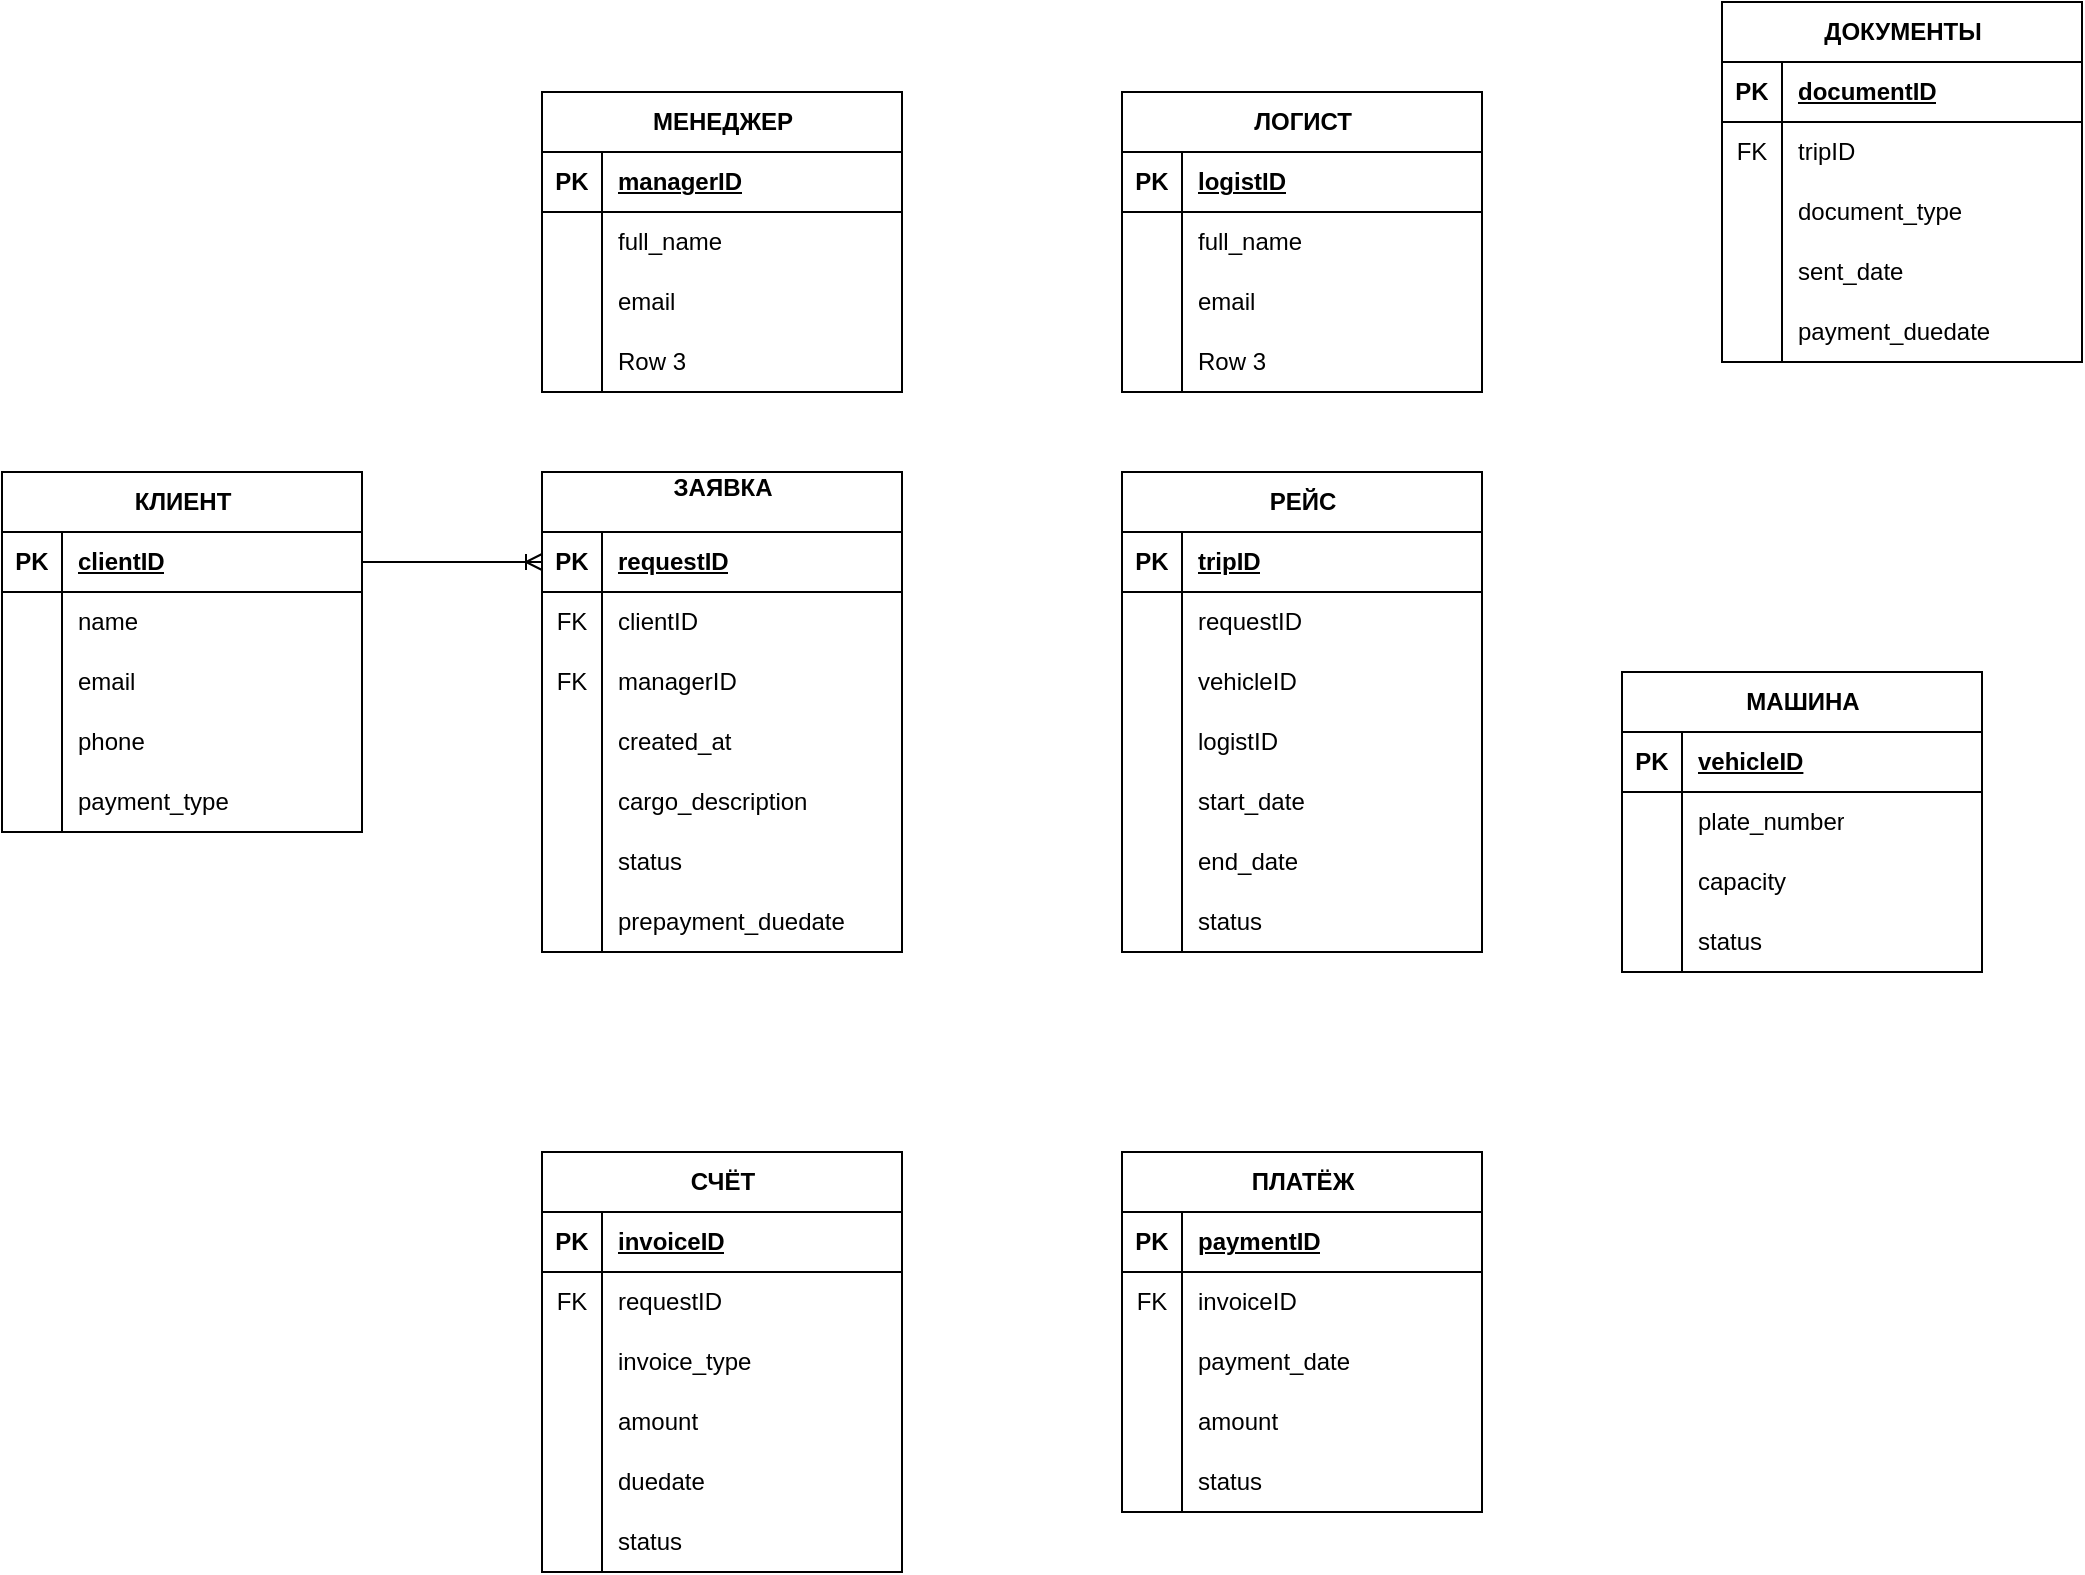
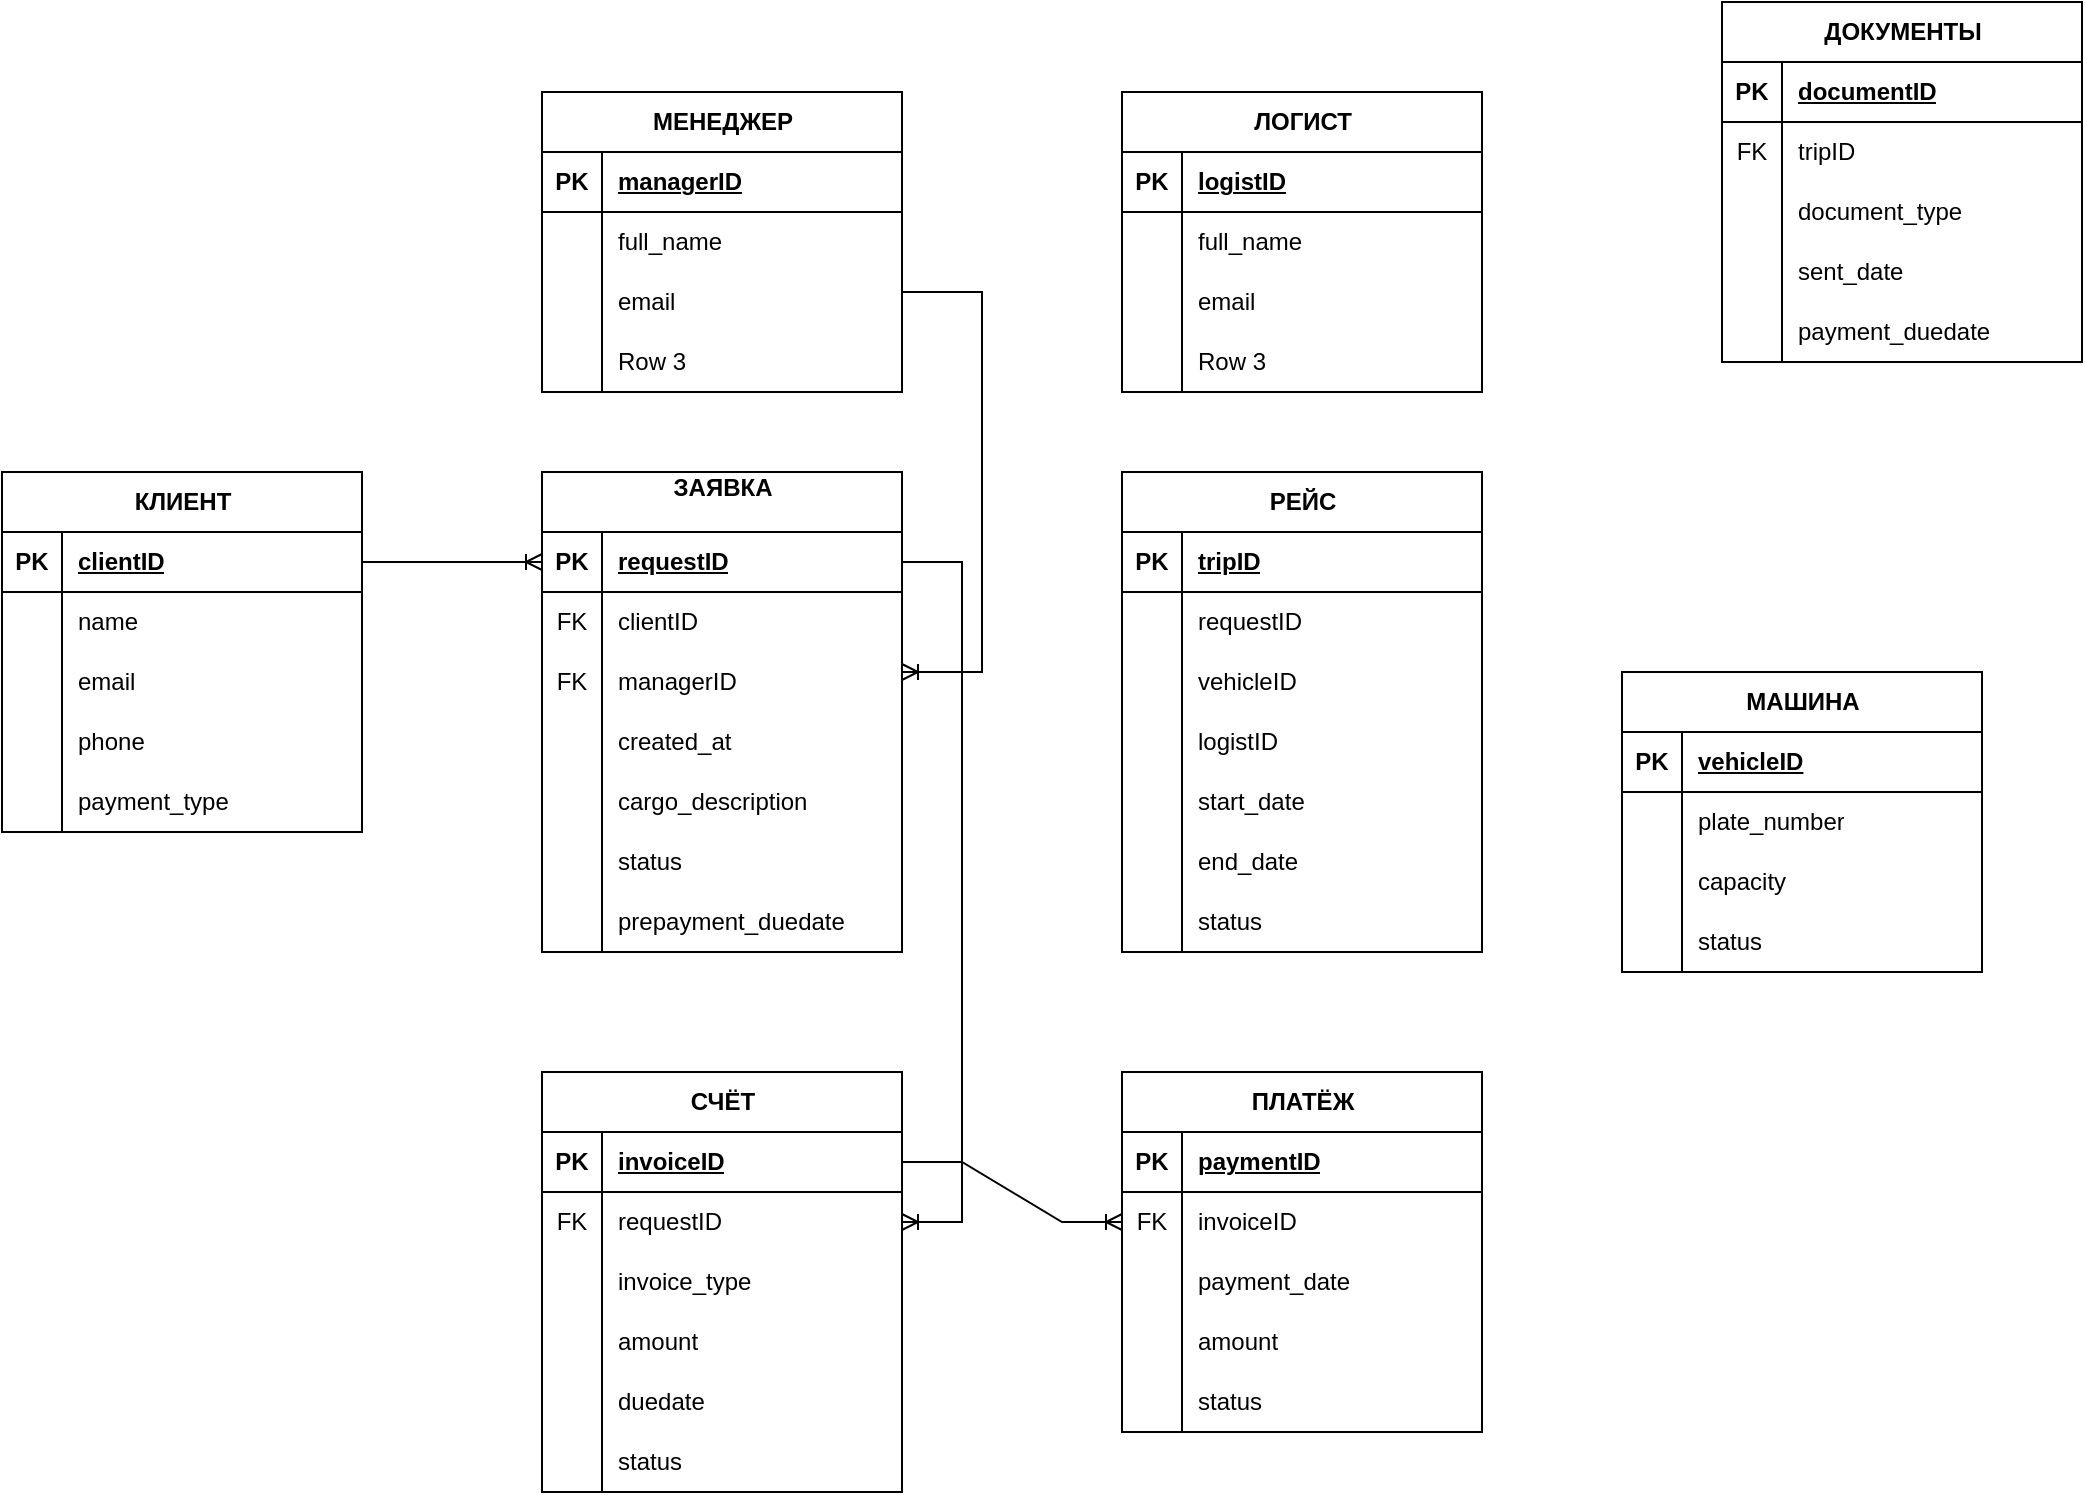
<mxfile host="app.diagrams.net" agent="5.0 (Macintosh; Intel Mac OS X 10_14_6) AppleWebKit/537.36 (KHTML, like Gecko) Chrome/83.0.4103.116 Safari/537.36">
  <diagram id="R2lEEEUBdFMjLlhIrx00" name="Page-1">
    <mxGraphModel dx="1781" dy="855" grid="1" gridSize="10" guides="1" tooltips="1" connect="1" arrows="1" fold="1" page="1" pageScale="1" pageWidth="850" pageHeight="1100" math="0" shadow="0" extFonts="Permanent Marker^https://fonts.googleapis.com/css?family=Permanent+Marker">
      <root>
        <mxCell id="0" />
        <mxCell id="1" parent="0" />
        <mxCell id="OnuUYCShp_7tIGQlhjLA-103" parent="1" style="shape=table;startSize=30;container=1;collapsible=1;childLayout=tableLayout;fixedRows=1;rowLines=0;fontStyle=1;align=center;resizeLast=1;html=1;" value="КЛИЕНТ" vertex="1">
          <mxGeometry height="180" width="180" x="130" y="380" as="geometry" />
        </mxCell>
        <mxCell id="OnuUYCShp_7tIGQlhjLA-104" parent="OnuUYCShp_7tIGQlhjLA-103" style="shape=tableRow;horizontal=0;startSize=0;swimlaneHead=0;swimlaneBody=0;fillColor=none;collapsible=0;dropTarget=0;points=[[0,0.5],[1,0.5]];portConstraint=eastwest;top=0;left=0;right=0;bottom=1;" value="" vertex="1">
          <mxGeometry height="30" width="180" y="30" as="geometry" />
        </mxCell>
        <mxCell id="OnuUYCShp_7tIGQlhjLA-105" parent="OnuUYCShp_7tIGQlhjLA-104" style="shape=partialRectangle;connectable=0;fillColor=none;top=0;left=0;bottom=0;right=0;fontStyle=1;overflow=hidden;whiteSpace=wrap;html=1;" value="PK" vertex="1">
          <mxGeometry height="30" width="30" as="geometry">
            <mxRectangle height="30" width="30" as="alternateBounds" />
          </mxGeometry>
        </mxCell>
        <mxCell id="OnuUYCShp_7tIGQlhjLA-106" parent="OnuUYCShp_7tIGQlhjLA-104" style="shape=partialRectangle;connectable=0;fillColor=none;top=0;left=0;bottom=0;right=0;align=left;spacingLeft=6;fontStyle=5;overflow=hidden;whiteSpace=wrap;html=1;" value="clientID" vertex="1">
          <mxGeometry height="30" width="150" x="30" as="geometry">
            <mxRectangle height="30" width="150" as="alternateBounds" />
          </mxGeometry>
        </mxCell>
        <mxCell id="OnuUYCShp_7tIGQlhjLA-107" parent="OnuUYCShp_7tIGQlhjLA-103" style="shape=tableRow;horizontal=0;startSize=0;swimlaneHead=0;swimlaneBody=0;fillColor=none;collapsible=0;dropTarget=0;points=[[0,0.5],[1,0.5]];portConstraint=eastwest;top=0;left=0;right=0;bottom=0;" value="" vertex="1">
          <mxGeometry height="30" width="180" y="60" as="geometry" />
        </mxCell>
        <mxCell id="OnuUYCShp_7tIGQlhjLA-108" parent="OnuUYCShp_7tIGQlhjLA-107" style="shape=partialRectangle;connectable=0;fillColor=none;top=0;left=0;bottom=0;right=0;editable=1;overflow=hidden;whiteSpace=wrap;html=1;" value="" vertex="1">
          <mxGeometry height="30" width="30" as="geometry">
            <mxRectangle height="30" width="30" as="alternateBounds" />
          </mxGeometry>
        </mxCell>
        <mxCell id="OnuUYCShp_7tIGQlhjLA-109" parent="OnuUYCShp_7tIGQlhjLA-107" style="shape=partialRectangle;connectable=0;fillColor=none;top=0;left=0;bottom=0;right=0;align=left;spacingLeft=6;overflow=hidden;whiteSpace=wrap;html=1;" value="name" vertex="1">
          <mxGeometry height="30" width="150" x="30" as="geometry">
            <mxRectangle height="30" width="150" as="alternateBounds" />
          </mxGeometry>
        </mxCell>
        <mxCell id="OnuUYCShp_7tIGQlhjLA-110" parent="OnuUYCShp_7tIGQlhjLA-103" style="shape=tableRow;horizontal=0;startSize=0;swimlaneHead=0;swimlaneBody=0;fillColor=none;collapsible=0;dropTarget=0;points=[[0,0.5],[1,0.5]];portConstraint=eastwest;top=0;left=0;right=0;bottom=0;" value="" vertex="1">
          <mxGeometry height="30" width="180" y="90" as="geometry" />
        </mxCell>
        <mxCell id="OnuUYCShp_7tIGQlhjLA-111" parent="OnuUYCShp_7tIGQlhjLA-110" style="shape=partialRectangle;connectable=0;fillColor=none;top=0;left=0;bottom=0;right=0;editable=1;overflow=hidden;whiteSpace=wrap;html=1;" value="" vertex="1">
          <mxGeometry height="30" width="30" as="geometry">
            <mxRectangle height="30" width="30" as="alternateBounds" />
          </mxGeometry>
        </mxCell>
        <mxCell id="OnuUYCShp_7tIGQlhjLA-112" parent="OnuUYCShp_7tIGQlhjLA-110" style="shape=partialRectangle;connectable=0;fillColor=none;top=0;left=0;bottom=0;right=0;align=left;spacingLeft=6;overflow=hidden;whiteSpace=wrap;html=1;" value="email" vertex="1">
          <mxGeometry height="30" width="150" x="30" as="geometry">
            <mxRectangle height="30" width="150" as="alternateBounds" />
          </mxGeometry>
        </mxCell>
        <mxCell id="OnuUYCShp_7tIGQlhjLA-113" parent="OnuUYCShp_7tIGQlhjLA-103" style="shape=tableRow;horizontal=0;startSize=0;swimlaneHead=0;swimlaneBody=0;fillColor=none;collapsible=0;dropTarget=0;points=[[0,0.5],[1,0.5]];portConstraint=eastwest;top=0;left=0;right=0;bottom=0;" value="" vertex="1">
          <mxGeometry height="30" width="180" y="120" as="geometry" />
        </mxCell>
        <mxCell id="OnuUYCShp_7tIGQlhjLA-114" parent="OnuUYCShp_7tIGQlhjLA-113" style="shape=partialRectangle;connectable=0;fillColor=none;top=0;left=0;bottom=0;right=0;editable=1;overflow=hidden;whiteSpace=wrap;html=1;" value="" vertex="1">
          <mxGeometry height="30" width="30" as="geometry">
            <mxRectangle height="30" width="30" as="alternateBounds" />
          </mxGeometry>
        </mxCell>
        <mxCell id="OnuUYCShp_7tIGQlhjLA-115" parent="OnuUYCShp_7tIGQlhjLA-113" style="shape=partialRectangle;connectable=0;fillColor=none;top=0;left=0;bottom=0;right=0;align=left;spacingLeft=6;overflow=hidden;whiteSpace=wrap;html=1;" value="phone" vertex="1">
          <mxGeometry height="30" width="150" x="30" as="geometry">
            <mxRectangle height="30" width="150" as="alternateBounds" />
          </mxGeometry>
        </mxCell>
        <mxCell id="OnuUYCShp_7tIGQlhjLA-211" parent="OnuUYCShp_7tIGQlhjLA-103" style="shape=tableRow;horizontal=0;startSize=0;swimlaneHead=0;swimlaneBody=0;fillColor=none;collapsible=0;dropTarget=0;points=[[0,0.5],[1,0.5]];portConstraint=eastwest;top=0;left=0;right=0;bottom=0;" value="" vertex="1">
          <mxGeometry height="30" width="180" y="150" as="geometry" />
        </mxCell>
        <mxCell id="OnuUYCShp_7tIGQlhjLA-212" parent="OnuUYCShp_7tIGQlhjLA-211" style="shape=partialRectangle;connectable=0;fillColor=none;top=0;left=0;bottom=0;right=0;editable=1;overflow=hidden;whiteSpace=wrap;html=1;" value="" vertex="1">
          <mxGeometry height="30" width="30" as="geometry">
            <mxRectangle height="30" width="30" as="alternateBounds" />
          </mxGeometry>
        </mxCell>
        <mxCell id="OnuUYCShp_7tIGQlhjLA-213" parent="OnuUYCShp_7tIGQlhjLA-211" style="shape=partialRectangle;connectable=0;fillColor=none;top=0;left=0;bottom=0;right=0;align=left;spacingLeft=6;overflow=hidden;whiteSpace=wrap;html=1;" value="payment_type" vertex="1">
          <mxGeometry height="30" width="150" x="30" as="geometry">
            <mxRectangle height="30" width="150" as="alternateBounds" />
          </mxGeometry>
        </mxCell>
        <mxCell id="OnuUYCShp_7tIGQlhjLA-116" parent="1" style="shape=table;startSize=30;container=1;collapsible=1;childLayout=tableLayout;fixedRows=1;rowLines=0;fontStyle=1;align=center;resizeLast=1;html=1;" value="ЗАЯВКА&lt;div&gt;&lt;br&gt;&lt;/div&gt;" vertex="1">
          <mxGeometry height="240" width="180" x="400" y="380" as="geometry" />
        </mxCell>
        <mxCell id="OnuUYCShp_7tIGQlhjLA-117" parent="OnuUYCShp_7tIGQlhjLA-116" style="shape=tableRow;horizontal=0;startSize=0;swimlaneHead=0;swimlaneBody=0;fillColor=none;collapsible=0;dropTarget=0;points=[[0,0.5],[1,0.5]];portConstraint=eastwest;top=0;left=0;right=0;bottom=1;" value="" vertex="1">
          <mxGeometry height="30" width="180" y="30" as="geometry" />
        </mxCell>
        <mxCell id="OnuUYCShp_7tIGQlhjLA-118" parent="OnuUYCShp_7tIGQlhjLA-117" style="shape=partialRectangle;connectable=0;fillColor=none;top=0;left=0;bottom=0;right=0;fontStyle=1;overflow=hidden;whiteSpace=wrap;html=1;" value="PK" vertex="1">
          <mxGeometry height="30" width="30" as="geometry">
            <mxRectangle height="30" width="30" as="alternateBounds" />
          </mxGeometry>
        </mxCell>
        <mxCell id="OnuUYCShp_7tIGQlhjLA-119" parent="OnuUYCShp_7tIGQlhjLA-117" style="shape=partialRectangle;connectable=0;fillColor=none;top=0;left=0;bottom=0;right=0;align=left;spacingLeft=6;fontStyle=5;overflow=hidden;whiteSpace=wrap;html=1;" value="requestID" vertex="1">
          <mxGeometry height="30" width="150" x="30" as="geometry">
            <mxRectangle height="30" width="150" as="alternateBounds" />
          </mxGeometry>
        </mxCell>
        <mxCell id="OnuUYCShp_7tIGQlhjLA-120" parent="OnuUYCShp_7tIGQlhjLA-116" style="shape=tableRow;horizontal=0;startSize=0;swimlaneHead=0;swimlaneBody=0;fillColor=none;collapsible=0;dropTarget=0;points=[[0,0.5],[1,0.5]];portConstraint=eastwest;top=0;left=0;right=0;bottom=0;" value="" vertex="1">
          <mxGeometry height="30" width="180" y="60" as="geometry" />
        </mxCell>
        <mxCell id="OnuUYCShp_7tIGQlhjLA-121" parent="OnuUYCShp_7tIGQlhjLA-120" style="shape=partialRectangle;connectable=0;fillColor=none;top=0;left=0;bottom=0;right=0;editable=1;overflow=hidden;whiteSpace=wrap;html=1;" value="FK" vertex="1">
          <mxGeometry height="30" width="30" as="geometry">
            <mxRectangle height="30" width="30" as="alternateBounds" />
          </mxGeometry>
        </mxCell>
        <mxCell id="OnuUYCShp_7tIGQlhjLA-122" parent="OnuUYCShp_7tIGQlhjLA-120" style="shape=partialRectangle;connectable=0;fillColor=none;top=0;left=0;bottom=0;right=0;align=left;spacingLeft=6;overflow=hidden;whiteSpace=wrap;html=1;" value="clientID" vertex="1">
          <mxGeometry height="30" width="150" x="30" as="geometry">
            <mxRectangle height="30" width="150" as="alternateBounds" />
          </mxGeometry>
        </mxCell>
        <mxCell id="OnuUYCShp_7tIGQlhjLA-123" parent="OnuUYCShp_7tIGQlhjLA-116" style="shape=tableRow;horizontal=0;startSize=0;swimlaneHead=0;swimlaneBody=0;fillColor=none;collapsible=0;dropTarget=0;points=[[0,0.5],[1,0.5]];portConstraint=eastwest;top=0;left=0;right=0;bottom=0;" value="" vertex="1">
          <mxGeometry height="30" width="180" y="90" as="geometry" />
        </mxCell>
        <mxCell id="OnuUYCShp_7tIGQlhjLA-124" parent="OnuUYCShp_7tIGQlhjLA-123" style="shape=partialRectangle;connectable=0;fillColor=none;top=0;left=0;bottom=0;right=0;editable=1;overflow=hidden;whiteSpace=wrap;html=1;" value="FK" vertex="1">
          <mxGeometry height="30" width="30" as="geometry">
            <mxRectangle height="30" width="30" as="alternateBounds" />
          </mxGeometry>
        </mxCell>
        <mxCell id="OnuUYCShp_7tIGQlhjLA-125" parent="OnuUYCShp_7tIGQlhjLA-123" style="shape=partialRectangle;connectable=0;fillColor=none;top=0;left=0;bottom=0;right=0;align=left;spacingLeft=6;overflow=hidden;whiteSpace=wrap;html=1;" value="managerID" vertex="1">
          <mxGeometry height="30" width="150" x="30" as="geometry">
            <mxRectangle height="30" width="150" as="alternateBounds" />
          </mxGeometry>
        </mxCell>
        <mxCell id="OnuUYCShp_7tIGQlhjLA-126" parent="OnuUYCShp_7tIGQlhjLA-116" style="shape=tableRow;horizontal=0;startSize=0;swimlaneHead=0;swimlaneBody=0;fillColor=none;collapsible=0;dropTarget=0;points=[[0,0.5],[1,0.5]];portConstraint=eastwest;top=0;left=0;right=0;bottom=0;" value="" vertex="1">
          <mxGeometry height="30" width="180" y="120" as="geometry" />
        </mxCell>
        <mxCell id="OnuUYCShp_7tIGQlhjLA-127" parent="OnuUYCShp_7tIGQlhjLA-126" style="shape=partialRectangle;connectable=0;fillColor=none;top=0;left=0;bottom=0;right=0;editable=1;overflow=hidden;whiteSpace=wrap;html=1;" value="" vertex="1">
          <mxGeometry height="30" width="30" as="geometry">
            <mxRectangle height="30" width="30" as="alternateBounds" />
          </mxGeometry>
        </mxCell>
        <mxCell id="OnuUYCShp_7tIGQlhjLA-128" parent="OnuUYCShp_7tIGQlhjLA-126" style="shape=partialRectangle;connectable=0;fillColor=none;top=0;left=0;bottom=0;right=0;align=left;spacingLeft=6;overflow=hidden;whiteSpace=wrap;html=1;" value="created_at" vertex="1">
          <mxGeometry height="30" width="150" x="30" as="geometry">
            <mxRectangle height="30" width="150" as="alternateBounds" />
          </mxGeometry>
        </mxCell>
        <mxCell id="OnuUYCShp_7tIGQlhjLA-227" parent="OnuUYCShp_7tIGQlhjLA-116" style="shape=tableRow;horizontal=0;startSize=0;swimlaneHead=0;swimlaneBody=0;fillColor=none;collapsible=0;dropTarget=0;points=[[0,0.5],[1,0.5]];portConstraint=eastwest;top=0;left=0;right=0;bottom=0;" value="" vertex="1">
          <mxGeometry height="30" width="180" y="150" as="geometry" />
        </mxCell>
        <mxCell id="OnuUYCShp_7tIGQlhjLA-228" parent="OnuUYCShp_7tIGQlhjLA-227" style="shape=partialRectangle;connectable=0;fillColor=none;top=0;left=0;bottom=0;right=0;editable=1;overflow=hidden;whiteSpace=wrap;html=1;" value="" vertex="1">
          <mxGeometry height="30" width="30" as="geometry">
            <mxRectangle height="30" width="30" as="alternateBounds" />
          </mxGeometry>
        </mxCell>
        <mxCell id="OnuUYCShp_7tIGQlhjLA-229" parent="OnuUYCShp_7tIGQlhjLA-227" style="shape=partialRectangle;connectable=0;fillColor=none;top=0;left=0;bottom=0;right=0;align=left;spacingLeft=6;overflow=hidden;whiteSpace=wrap;html=1;" value="cargo_description" vertex="1">
          <mxGeometry height="30" width="150" x="30" as="geometry">
            <mxRectangle height="30" width="150" as="alternateBounds" />
          </mxGeometry>
        </mxCell>
        <mxCell id="OnuUYCShp_7tIGQlhjLA-230" parent="OnuUYCShp_7tIGQlhjLA-116" style="shape=tableRow;horizontal=0;startSize=0;swimlaneHead=0;swimlaneBody=0;fillColor=none;collapsible=0;dropTarget=0;points=[[0,0.5],[1,0.5]];portConstraint=eastwest;top=0;left=0;right=0;bottom=0;" value="" vertex="1">
          <mxGeometry height="30" width="180" y="180" as="geometry" />
        </mxCell>
        <mxCell id="OnuUYCShp_7tIGQlhjLA-231" parent="OnuUYCShp_7tIGQlhjLA-230" style="shape=partialRectangle;connectable=0;fillColor=none;top=0;left=0;bottom=0;right=0;editable=1;overflow=hidden;whiteSpace=wrap;html=1;" value="" vertex="1">
          <mxGeometry height="30" width="30" as="geometry">
            <mxRectangle height="30" width="30" as="alternateBounds" />
          </mxGeometry>
        </mxCell>
        <mxCell id="OnuUYCShp_7tIGQlhjLA-232" parent="OnuUYCShp_7tIGQlhjLA-230" style="shape=partialRectangle;connectable=0;fillColor=none;top=0;left=0;bottom=0;right=0;align=left;spacingLeft=6;overflow=hidden;whiteSpace=wrap;html=1;" value="status" vertex="1">
          <mxGeometry height="30" width="150" x="30" as="geometry">
            <mxRectangle height="30" width="150" as="alternateBounds" />
          </mxGeometry>
        </mxCell>
        <mxCell id="OnuUYCShp_7tIGQlhjLA-233" parent="OnuUYCShp_7tIGQlhjLA-116" style="shape=tableRow;horizontal=0;startSize=0;swimlaneHead=0;swimlaneBody=0;fillColor=none;collapsible=0;dropTarget=0;points=[[0,0.5],[1,0.5]];portConstraint=eastwest;top=0;left=0;right=0;bottom=0;" value="" vertex="1">
          <mxGeometry height="30" width="180" y="210" as="geometry" />
        </mxCell>
        <mxCell id="OnuUYCShp_7tIGQlhjLA-234" parent="OnuUYCShp_7tIGQlhjLA-233" style="shape=partialRectangle;connectable=0;fillColor=none;top=0;left=0;bottom=0;right=0;editable=1;overflow=hidden;whiteSpace=wrap;html=1;" value="" vertex="1">
          <mxGeometry height="30" width="30" as="geometry">
            <mxRectangle height="30" width="30" as="alternateBounds" />
          </mxGeometry>
        </mxCell>
        <mxCell id="OnuUYCShp_7tIGQlhjLA-235" parent="OnuUYCShp_7tIGQlhjLA-233" style="shape=partialRectangle;connectable=0;fillColor=none;top=0;left=0;bottom=0;right=0;align=left;spacingLeft=6;overflow=hidden;whiteSpace=wrap;html=1;" value="prepayment_duedate" vertex="1">
          <mxGeometry height="30" width="150" x="30" as="geometry">
            <mxRectangle height="30" width="150" as="alternateBounds" />
          </mxGeometry>
        </mxCell>
        <mxCell id="OnuUYCShp_7tIGQlhjLA-129" parent="1" style="shape=table;startSize=30;container=1;collapsible=1;childLayout=tableLayout;fixedRows=1;rowLines=0;fontStyle=1;align=center;resizeLast=1;html=1;" value="СЧЁТ" vertex="1">
-           <mxGeometry height="210" width="180" x="400" y="720" as="geometry" />
+           <mxGeometry height="210" width="180" x="400" y="680" as="geometry" />
        </mxCell>
        <mxCell id="OnuUYCShp_7tIGQlhjLA-130" parent="OnuUYCShp_7tIGQlhjLA-129" style="shape=tableRow;horizontal=0;startSize=0;swimlaneHead=0;swimlaneBody=0;fillColor=none;collapsible=0;dropTarget=0;points=[[0,0.5],[1,0.5]];portConstraint=eastwest;top=0;left=0;right=0;bottom=1;" value="" vertex="1">
          <mxGeometry height="30" width="180" y="30" as="geometry" />
        </mxCell>
        <mxCell id="OnuUYCShp_7tIGQlhjLA-131" parent="OnuUYCShp_7tIGQlhjLA-130" style="shape=partialRectangle;connectable=0;fillColor=none;top=0;left=0;bottom=0;right=0;fontStyle=1;overflow=hidden;whiteSpace=wrap;html=1;" value="PK" vertex="1">
          <mxGeometry height="30" width="30" as="geometry">
            <mxRectangle height="30" width="30" as="alternateBounds" />
          </mxGeometry>
        </mxCell>
        <mxCell id="OnuUYCShp_7tIGQlhjLA-132" parent="OnuUYCShp_7tIGQlhjLA-130" style="shape=partialRectangle;connectable=0;fillColor=none;top=0;left=0;bottom=0;right=0;align=left;spacingLeft=6;fontStyle=5;overflow=hidden;whiteSpace=wrap;html=1;" value="invoiceID" vertex="1">
          <mxGeometry height="30" width="150" x="30" as="geometry">
            <mxRectangle height="30" width="150" as="alternateBounds" />
          </mxGeometry>
        </mxCell>
        <mxCell id="OnuUYCShp_7tIGQlhjLA-133" parent="OnuUYCShp_7tIGQlhjLA-129" style="shape=tableRow;horizontal=0;startSize=0;swimlaneHead=0;swimlaneBody=0;fillColor=none;collapsible=0;dropTarget=0;points=[[0,0.5],[1,0.5]];portConstraint=eastwest;top=0;left=0;right=0;bottom=0;" value="" vertex="1">
          <mxGeometry height="30" width="180" y="60" as="geometry" />
        </mxCell>
        <mxCell id="OnuUYCShp_7tIGQlhjLA-134" parent="OnuUYCShp_7tIGQlhjLA-133" style="shape=partialRectangle;connectable=0;fillColor=none;top=0;left=0;bottom=0;right=0;editable=1;overflow=hidden;whiteSpace=wrap;html=1;" value="FK" vertex="1">
          <mxGeometry height="30" width="30" as="geometry">
            <mxRectangle height="30" width="30" as="alternateBounds" />
          </mxGeometry>
        </mxCell>
        <mxCell id="OnuUYCShp_7tIGQlhjLA-135" parent="OnuUYCShp_7tIGQlhjLA-133" style="shape=partialRectangle;connectable=0;fillColor=none;top=0;left=0;bottom=0;right=0;align=left;spacingLeft=6;overflow=hidden;whiteSpace=wrap;html=1;" value="requestID" vertex="1">
          <mxGeometry height="30" width="150" x="30" as="geometry">
            <mxRectangle height="30" width="150" as="alternateBounds" />
          </mxGeometry>
        </mxCell>
        <mxCell id="OnuUYCShp_7tIGQlhjLA-136" parent="OnuUYCShp_7tIGQlhjLA-129" style="shape=tableRow;horizontal=0;startSize=0;swimlaneHead=0;swimlaneBody=0;fillColor=none;collapsible=0;dropTarget=0;points=[[0,0.5],[1,0.5]];portConstraint=eastwest;top=0;left=0;right=0;bottom=0;" value="" vertex="1">
          <mxGeometry height="30" width="180" y="90" as="geometry" />
        </mxCell>
        <mxCell id="OnuUYCShp_7tIGQlhjLA-137" parent="OnuUYCShp_7tIGQlhjLA-136" style="shape=partialRectangle;connectable=0;fillColor=none;top=0;left=0;bottom=0;right=0;editable=1;overflow=hidden;whiteSpace=wrap;html=1;" value="" vertex="1">
          <mxGeometry height="30" width="30" as="geometry">
            <mxRectangle height="30" width="30" as="alternateBounds" />
          </mxGeometry>
        </mxCell>
        <mxCell id="OnuUYCShp_7tIGQlhjLA-138" parent="OnuUYCShp_7tIGQlhjLA-136" style="shape=partialRectangle;connectable=0;fillColor=none;top=0;left=0;bottom=0;right=0;align=left;spacingLeft=6;overflow=hidden;whiteSpace=wrap;html=1;" value="invoice_type" vertex="1">
          <mxGeometry height="30" width="150" x="30" as="geometry">
            <mxRectangle height="30" width="150" as="alternateBounds" />
          </mxGeometry>
        </mxCell>
        <mxCell id="OnuUYCShp_7tIGQlhjLA-139" parent="OnuUYCShp_7tIGQlhjLA-129" style="shape=tableRow;horizontal=0;startSize=0;swimlaneHead=0;swimlaneBody=0;fillColor=none;collapsible=0;dropTarget=0;points=[[0,0.5],[1,0.5]];portConstraint=eastwest;top=0;left=0;right=0;bottom=0;" value="" vertex="1">
          <mxGeometry height="30" width="180" y="120" as="geometry" />
        </mxCell>
        <mxCell id="OnuUYCShp_7tIGQlhjLA-140" parent="OnuUYCShp_7tIGQlhjLA-139" style="shape=partialRectangle;connectable=0;fillColor=none;top=0;left=0;bottom=0;right=0;editable=1;overflow=hidden;whiteSpace=wrap;html=1;" value="" vertex="1">
          <mxGeometry height="30" width="30" as="geometry">
            <mxRectangle height="30" width="30" as="alternateBounds" />
          </mxGeometry>
        </mxCell>
        <mxCell id="OnuUYCShp_7tIGQlhjLA-141" parent="OnuUYCShp_7tIGQlhjLA-139" style="shape=partialRectangle;connectable=0;fillColor=none;top=0;left=0;bottom=0;right=0;align=left;spacingLeft=6;overflow=hidden;whiteSpace=wrap;html=1;" value="amount" vertex="1">
          <mxGeometry height="30" width="150" x="30" as="geometry">
            <mxRectangle height="30" width="150" as="alternateBounds" />
          </mxGeometry>
        </mxCell>
        <mxCell id="OnuUYCShp_7tIGQlhjLA-236" parent="OnuUYCShp_7tIGQlhjLA-129" style="shape=tableRow;horizontal=0;startSize=0;swimlaneHead=0;swimlaneBody=0;fillColor=none;collapsible=0;dropTarget=0;points=[[0,0.5],[1,0.5]];portConstraint=eastwest;top=0;left=0;right=0;bottom=0;" value="" vertex="1">
          <mxGeometry height="30" width="180" y="150" as="geometry" />
        </mxCell>
        <mxCell id="OnuUYCShp_7tIGQlhjLA-237" parent="OnuUYCShp_7tIGQlhjLA-236" style="shape=partialRectangle;connectable=0;fillColor=none;top=0;left=0;bottom=0;right=0;editable=1;overflow=hidden;whiteSpace=wrap;html=1;" value="" vertex="1">
          <mxGeometry height="30" width="30" as="geometry">
            <mxRectangle height="30" width="30" as="alternateBounds" />
          </mxGeometry>
        </mxCell>
        <mxCell id="OnuUYCShp_7tIGQlhjLA-238" parent="OnuUYCShp_7tIGQlhjLA-236" style="shape=partialRectangle;connectable=0;fillColor=none;top=0;left=0;bottom=0;right=0;align=left;spacingLeft=6;overflow=hidden;whiteSpace=wrap;html=1;" value="duedate" vertex="1">
          <mxGeometry height="30" width="150" x="30" as="geometry">
            <mxRectangle height="30" width="150" as="alternateBounds" />
          </mxGeometry>
        </mxCell>
        <mxCell id="OnuUYCShp_7tIGQlhjLA-239" parent="OnuUYCShp_7tIGQlhjLA-129" style="shape=tableRow;horizontal=0;startSize=0;swimlaneHead=0;swimlaneBody=0;fillColor=none;collapsible=0;dropTarget=0;points=[[0,0.5],[1,0.5]];portConstraint=eastwest;top=0;left=0;right=0;bottom=0;" value="" vertex="1">
          <mxGeometry height="30" width="180" y="180" as="geometry" />
        </mxCell>
        <mxCell id="OnuUYCShp_7tIGQlhjLA-240" parent="OnuUYCShp_7tIGQlhjLA-239" style="shape=partialRectangle;connectable=0;fillColor=none;top=0;left=0;bottom=0;right=0;editable=1;overflow=hidden;whiteSpace=wrap;html=1;" value="" vertex="1">
          <mxGeometry height="30" width="30" as="geometry">
            <mxRectangle height="30" width="30" as="alternateBounds" />
          </mxGeometry>
        </mxCell>
        <mxCell id="OnuUYCShp_7tIGQlhjLA-241" parent="OnuUYCShp_7tIGQlhjLA-239" style="shape=partialRectangle;connectable=0;fillColor=none;top=0;left=0;bottom=0;right=0;align=left;spacingLeft=6;overflow=hidden;whiteSpace=wrap;html=1;" value="status" vertex="1">
          <mxGeometry height="30" width="150" x="30" as="geometry">
            <mxRectangle height="30" width="150" as="alternateBounds" />
          </mxGeometry>
        </mxCell>
        <mxCell id="OnuUYCShp_7tIGQlhjLA-142" parent="1" style="shape=table;startSize=30;container=1;collapsible=1;childLayout=tableLayout;fixedRows=1;rowLines=0;fontStyle=1;align=center;resizeLast=1;html=1;" value="РЕЙС&lt;span style=&quot;color: rgba(0, 0, 0, 0); font-family: monospace; font-size: 0px; font-weight: 400; text-align: start;&quot;&gt;%3CmxGraphModel%3E%3Croot%3E%3CmxCell%20id%3D%220%22%2F%3E%3CmxCell%20id%3D%221%22%20parent%3D%220%22%2F%3E%3CmxCell%20id%3D%222%22%20parent%3D%221%22%20style%3D%22shape%3Dtable%3BstartSize%3D30%3Bcontainer%3D1%3Bcollapsible%3D1%3BchildLayout%3DtableLayout%3BfixedRows%3D1%3BrowLines%3D0%3BfontStyle%3D1%3Balign%3Dcenter%3BresizeLast%3D1%3Bhtml%3D1%3B%22%20value%3D%22%D0%9A%D0%9B%D0%98%D0%95%D0%9D%D0%A2%22%20vertex%3D%221%22%3E%3CmxGeometry%20height%3D%22150%22%20width%3D%22180%22%20x%3D%2270%22%20y%3D%22410%22%20as%3D%22geometry%22%2F%3E%3C%2FmxCell%3E%3CmxCell%20id%3D%223%22%20parent%3D%222%22%20style%3D%22shape%3DtableRow%3Bhorizontal%3D0%3BstartSize%3D0%3BswimlaneHead%3D0%3BswimlaneBody%3D0%3BfillColor%3Dnone%3Bcollapsible%3D0%3BdropTarget%3D0%3Bpoints%3D%5B%5B0%2C0.5%5D%2C%5B1%2C0.5%5D%5D%3BportConstraint%3Deastwest%3Btop%3D0%3Bleft%3D0%3Bright%3D0%3Bbottom%3D1%3B%22%20value%3D%22%22%20vertex%3D%221%22%3E%3CmxGeometry%20height%3D%2230%22%20width%3D%22180%22%20y%3D%2230%22%20as%3D%22geometry%22%2F%3E%3C%2FmxCell%3E%3CmxCell%20id%3D%224%22%20parent%3D%223%22%20style%3D%22shape%3DpartialRectangle%3Bconnectable%3D0%3BfillColor%3Dnone%3Btop%3D0%3Bleft%3D0%3Bbottom%3D0%3Bright%3D0%3BfontStyle%3D1%3Boverflow%3Dhidden%3BwhiteSpace%3Dwrap%3Bhtml%3D1%3B%22%20value%3D%22PK%22%20vertex%3D%221%22%3E%3CmxGeometry%20height%3D%2230%22%20width%3D%2230%22%20as%3D%22geometry%22%3E%3CmxRectangle%20height%3D%2230%22%20width%3D%2230%22%20as%3D%22alternateBounds%22%2F%3E%3C%2FmxGeometry%3E%3C%2FmxCell%3E%3CmxCell%20id%3D%225%22%20parent%3D%223%22%20style%3D%22shape%3DpartialRectangle%3Bconnectable%3D0%3BfillColor%3Dnone%3Btop%3D0%3Bleft%3D0%3Bbottom%3D0%3Bright%3D0%3Balign%3Dleft%3BspacingLeft%3D6%3BfontStyle%3D5%3Boverflow%3Dhidden%3BwhiteSpace%3Dwrap%3Bhtml%3D1%3B%22%20value%3D%22UniqueID%22%20vertex%3D%221%22%3E%3CmxGeometry%20height%3D%2230%22%20width%3D%22150%22%20x%3D%2230%22%20as%3D%22geometry%22%3E%3CmxRectangle%20height%3D%2230%22%20width%3D%22150%22%20as%3D%22alternateBounds%22%2F%3E%3C%2FmxGeometry%3E%3C%2FmxCell%3E%3CmxCell%20id%3D%226%22%20parent%3D%222%22%20style%3D%22shape%3DtableRow%3Bhorizontal%3D0%3BstartSize%3D0%3BswimlaneHead%3D0%3BswimlaneBody%3D0%3BfillColor%3Dnone%3Bcollapsible%3D0%3BdropTarget%3D0%3Bpoints%3D%5B%5B0%2C0.5%5D%2C%5B1%2C0.5%5D%5D%3BportConstraint%3Deastwest%3Btop%3D0%3Bleft%3D0%3Bright%3D0%3Bbottom%3D0%3B%22%20value%3D%22%22%20vertex%3D%221%22%3E%3CmxGeometry%20height%3D%2230%22%20width%3D%22180%22%20y%3D%2260%22%20as%3D%22geometry%22%2F%3E%3C%2FmxCell%3E%3CmxCell%20id%3D%227%22%20parent%3D%226%22%20style%3D%22shape%3DpartialRectangle%3Bconnectable%3D0%3BfillColor%3Dnone%3Btop%3D0%3Bleft%3D0%3Bbottom%3D0%3Bright%3D0%3Beditable%3D1%3Boverflow%3Dhidden%3BwhiteSpace%3Dwrap%3Bhtml%3D1%3B%22%20value%3D%22%22%20vertex%3D%221%22%3E%3CmxGeometry%20height%3D%2230%22%20width%3D%2230%22%20as%3D%22geometry%22%3E%3CmxRectangle%20height%3D%2230%22%20width%3D%2230%22%20as%3D%22alternateBounds%22%2F%3E%3C%2FmxGeometry%3E%3C%2FmxCell%3E%3CmxCell%20id%3D%228%22%20parent%3D%226%22%20style%3D%22shape%3DpartialRectangle%3Bconnectable%3D0%3BfillColor%3Dnone%3Btop%3D0%3Bleft%3D0%3Bbottom%3D0%3Bright%3D0%3Balign%3Dleft%3BspacingLeft%3D6%3Boverflow%3Dhidden%3BwhiteSpace%3Dwrap%3Bhtml%3D1%3B%22%20value%3D%22Row%201%22%20vertex%3D%221%22%3E%3CmxGeometry%20height%3D%2230%22%20width%3D%22150%22%20x%3D%2230%22%20as%3D%22geometry%22%3E%3CmxRectangle%20height%3D%2230%22%20width%3D%22150%22%20as%3D%22alternateBounds%22%2F%3E%3C%2FmxGeometry%3E%3C%2FmxCell%3E%3CmxCell%20id%3D%229%22%20parent%3D%222%22%20style%3D%22shape%3DtableRow%3Bhorizontal%3D0%3BstartSize%3D0%3BswimlaneHead%3D0%3BswimlaneBody%3D0%3BfillColor%3Dnone%3Bcollapsible%3D0%3BdropTarget%3D0%3Bpoints%3D%5B%5B0%2C0.5%5D%2C%5B1%2C0.5%5D%5D%3BportConstraint%3Deastwest%3Btop%3D0%3Bleft%3D0%3Bright%3D0%3Bbottom%3D0%3B%22%20value%3D%22%22%20vertex%3D%221%22%3E%3CmxGeometry%20height%3D%2230%22%20width%3D%22180%22%20y%3D%2290%22%20as%3D%22geometry%22%2F%3E%3C%2FmxCell%3E%3CmxCell%20id%3D%2210%22%20parent%3D%229%22%20style%3D%22shape%3DpartialRectangle%3Bconnectable%3D0%3BfillColor%3Dnone%3Btop%3D0%3Bleft%3D0%3Bbottom%3D0%3Bright%3D0%3Beditable%3D1%3Boverflow%3Dhidden%3BwhiteSpace%3Dwrap%3Bhtml%3D1%3B%22%20value%3D%22%22%20vertex%3D%221%22%3E%3CmxGeometry%20height%3D%2230%22%20width%3D%2230%22%20as%3D%22geometry%22%3E%3CmxRectangle%20height%3D%2230%22%20width%3D%2230%22%20as%3D%22alternateBounds%22%2F%3E%3C%2FmxGeometry%3E%3C%2FmxCell%3E%3CmxCell%20id%3D%2211%22%20parent%3D%229%22%20style%3D%22shape%3DpartialRectangle%3Bconnectable%3D0%3BfillColor%3Dnone%3Btop%3D0%3Bleft%3D0%3Bbottom%3D0%3Bright%3D0%3Balign%3Dleft%3BspacingLeft%3D6%3Boverflow%3Dhidden%3BwhiteSpace%3Dwrap%3Bhtml%3D1%3B%22%20value%3D%22Row%202%22%20vertex%3D%221%22%3E%3CmxGeometry%20height%3D%2230%22%20width%3D%22150%22%20x%3D%2230%22%20as%3D%22geometry%22%3E%3CmxRectangle%20height%3D%2230%22%20width%3D%22150%22%20as%3D%22alternateBounds%22%2F%3E%3C%2FmxGeometry%3E%3C%2FmxCell%3E%3CmxCell%20id%3D%2212%22%20parent%3D%222%22%20style%3D%22shape%3DtableRow%3Bhorizontal%3D0%3BstartSize%3D0%3BswimlaneHead%3D0%3BswimlaneBody%3D0%3BfillColor%3Dnone%3Bcollapsible%3D0%3BdropTarget%3D0%3Bpoints%3D%5B%5B0%2C0.5%5D%2C%5B1%2C0.5%5D%5D%3BportConstraint%3Deastwest%3Btop%3D0%3Bleft%3D0%3Bright%3D0%3Bbottom%3D0%3B%22%20value%3D%22%22%20vertex%3D%221%22%3E%3CmxGeometry%20height%3D%2230%22%20width%3D%22180%22%20y%3D%22120%22%20as%3D%22geometry%22%2F%3E%3C%2FmxCell%3E%3CmxCell%20id%3D%2213%22%20parent%3D%2212%22%20style%3D%22shape%3DpartialRectangle%3Bconnectable%3D0%3BfillColor%3Dnone%3Btop%3D0%3Bleft%3D0%3Bbottom%3D0%3Bright%3D0%3Beditable%3D1%3Boverflow%3Dhidden%3BwhiteSpace%3Dwrap%3Bhtml%3D1%3B%22%20value%3D%22%22%20vertex%3D%221%22%3E%3CmxGeometry%20height%3D%2230%22%20width%3D%2230%22%20as%3D%22geometry%22%3E%3CmxRectangle%20height%3D%2230%22%20width%3D%2230%22%20as%3D%22alternateBounds%22%2F%3E%3C%2FmxGeometry%3E%3C%2FmxCell%3E%3CmxCell%20id%3D%2214%22%20parent%3D%2212%22%20style%3D%22shape%3DpartialRectangle%3Bconnectable%3D0%3BfillColor%3Dnone%3Btop%3D0%3Bleft%3D0%3Bbottom%3D0%3Bright%3D0%3Balign%3Dleft%3BspacingLeft%3D6%3Boverflow%3Dhidden%3BwhiteSpace%3Dwrap%3Bhtml%3D1%3B%22%20value%3D%22Row%203%22%20vertex%3D%221%22%3E%3CmxGeometry%20height%3D%2230%22%20width%3D%22150%22%20x%3D%2230%22%20as%3D%22geometry%22%3E%3CmxRectangle%20height%3D%2230%22%20width%3D%22150%22%20as%3D%22alternateBounds%22%2F%3E%3C%2FmxGeometry%3E%3C%2FmxCell%3E%3C%2Froot%3E%3C%2FmxGraphModel%3E&lt;/span&gt;" vertex="1">
          <mxGeometry height="240" width="180" x="690" y="380" as="geometry" />
        </mxCell>
        <mxCell id="OnuUYCShp_7tIGQlhjLA-143" parent="OnuUYCShp_7tIGQlhjLA-142" style="shape=tableRow;horizontal=0;startSize=0;swimlaneHead=0;swimlaneBody=0;fillColor=none;collapsible=0;dropTarget=0;points=[[0,0.5],[1,0.5]];portConstraint=eastwest;top=0;left=0;right=0;bottom=1;" value="" vertex="1">
          <mxGeometry height="30" width="180" y="30" as="geometry" />
        </mxCell>
        <mxCell id="OnuUYCShp_7tIGQlhjLA-144" parent="OnuUYCShp_7tIGQlhjLA-143" style="shape=partialRectangle;connectable=0;fillColor=none;top=0;left=0;bottom=0;right=0;fontStyle=1;overflow=hidden;whiteSpace=wrap;html=1;" value="PK" vertex="1">
          <mxGeometry height="30" width="30" as="geometry">
            <mxRectangle height="30" width="30" as="alternateBounds" />
          </mxGeometry>
        </mxCell>
        <mxCell id="OnuUYCShp_7tIGQlhjLA-145" parent="OnuUYCShp_7tIGQlhjLA-143" style="shape=partialRectangle;connectable=0;fillColor=none;top=0;left=0;bottom=0;right=0;align=left;spacingLeft=6;fontStyle=5;overflow=hidden;whiteSpace=wrap;html=1;" value="tripID" vertex="1">
          <mxGeometry height="30" width="150" x="30" as="geometry">
            <mxRectangle height="30" width="150" as="alternateBounds" />
          </mxGeometry>
        </mxCell>
        <mxCell id="OnuUYCShp_7tIGQlhjLA-146" parent="OnuUYCShp_7tIGQlhjLA-142" style="shape=tableRow;horizontal=0;startSize=0;swimlaneHead=0;swimlaneBody=0;fillColor=none;collapsible=0;dropTarget=0;points=[[0,0.5],[1,0.5]];portConstraint=eastwest;top=0;left=0;right=0;bottom=0;" value="" vertex="1">
          <mxGeometry height="30" width="180" y="60" as="geometry" />
        </mxCell>
        <mxCell id="OnuUYCShp_7tIGQlhjLA-147" parent="OnuUYCShp_7tIGQlhjLA-146" style="shape=partialRectangle;connectable=0;fillColor=none;top=0;left=0;bottom=0;right=0;editable=1;overflow=hidden;whiteSpace=wrap;html=1;" value="" vertex="1">
          <mxGeometry height="30" width="30" as="geometry">
            <mxRectangle height="30" width="30" as="alternateBounds" />
          </mxGeometry>
        </mxCell>
        <mxCell id="OnuUYCShp_7tIGQlhjLA-148" parent="OnuUYCShp_7tIGQlhjLA-146" style="shape=partialRectangle;connectable=0;fillColor=none;top=0;left=0;bottom=0;right=0;align=left;spacingLeft=6;overflow=hidden;whiteSpace=wrap;html=1;" value="requestID" vertex="1">
          <mxGeometry height="30" width="150" x="30" as="geometry">
            <mxRectangle height="30" width="150" as="alternateBounds" />
          </mxGeometry>
        </mxCell>
        <mxCell id="OnuUYCShp_7tIGQlhjLA-149" parent="OnuUYCShp_7tIGQlhjLA-142" style="shape=tableRow;horizontal=0;startSize=0;swimlaneHead=0;swimlaneBody=0;fillColor=none;collapsible=0;dropTarget=0;points=[[0,0.5],[1,0.5]];portConstraint=eastwest;top=0;left=0;right=0;bottom=0;" value="" vertex="1">
          <mxGeometry height="30" width="180" y="90" as="geometry" />
        </mxCell>
        <mxCell id="OnuUYCShp_7tIGQlhjLA-150" parent="OnuUYCShp_7tIGQlhjLA-149" style="shape=partialRectangle;connectable=0;fillColor=none;top=0;left=0;bottom=0;right=0;editable=1;overflow=hidden;whiteSpace=wrap;html=1;" value="" vertex="1">
          <mxGeometry height="30" width="30" as="geometry">
            <mxRectangle height="30" width="30" as="alternateBounds" />
          </mxGeometry>
        </mxCell>
        <mxCell id="OnuUYCShp_7tIGQlhjLA-151" parent="OnuUYCShp_7tIGQlhjLA-149" style="shape=partialRectangle;connectable=0;fillColor=none;top=0;left=0;bottom=0;right=0;align=left;spacingLeft=6;overflow=hidden;whiteSpace=wrap;html=1;" value="vehicleID" vertex="1">
          <mxGeometry height="30" width="150" x="30" as="geometry">
            <mxRectangle height="30" width="150" as="alternateBounds" />
          </mxGeometry>
        </mxCell>
        <mxCell id="OnuUYCShp_7tIGQlhjLA-152" parent="OnuUYCShp_7tIGQlhjLA-142" style="shape=tableRow;horizontal=0;startSize=0;swimlaneHead=0;swimlaneBody=0;fillColor=none;collapsible=0;dropTarget=0;points=[[0,0.5],[1,0.5]];portConstraint=eastwest;top=0;left=0;right=0;bottom=0;" value="" vertex="1">
          <mxGeometry height="30" width="180" y="120" as="geometry" />
        </mxCell>
        <mxCell id="OnuUYCShp_7tIGQlhjLA-153" parent="OnuUYCShp_7tIGQlhjLA-152" style="shape=partialRectangle;connectable=0;fillColor=none;top=0;left=0;bottom=0;right=0;editable=1;overflow=hidden;whiteSpace=wrap;html=1;" value="" vertex="1">
          <mxGeometry height="30" width="30" as="geometry">
            <mxRectangle height="30" width="30" as="alternateBounds" />
          </mxGeometry>
        </mxCell>
        <mxCell id="OnuUYCShp_7tIGQlhjLA-154" parent="OnuUYCShp_7tIGQlhjLA-152" style="shape=partialRectangle;connectable=0;fillColor=none;top=0;left=0;bottom=0;right=0;align=left;spacingLeft=6;overflow=hidden;whiteSpace=wrap;html=1;" value="logistID" vertex="1">
          <mxGeometry height="30" width="150" x="30" as="geometry">
            <mxRectangle height="30" width="150" as="alternateBounds" />
          </mxGeometry>
        </mxCell>
        <mxCell id="OnuUYCShp_7tIGQlhjLA-274" parent="OnuUYCShp_7tIGQlhjLA-142" style="shape=tableRow;horizontal=0;startSize=0;swimlaneHead=0;swimlaneBody=0;fillColor=none;collapsible=0;dropTarget=0;points=[[0,0.5],[1,0.5]];portConstraint=eastwest;top=0;left=0;right=0;bottom=0;" value="" vertex="1">
          <mxGeometry height="30" width="180" y="150" as="geometry" />
        </mxCell>
        <mxCell id="OnuUYCShp_7tIGQlhjLA-275" parent="OnuUYCShp_7tIGQlhjLA-274" style="shape=partialRectangle;connectable=0;fillColor=none;top=0;left=0;bottom=0;right=0;editable=1;overflow=hidden;whiteSpace=wrap;html=1;" value="" vertex="1">
          <mxGeometry height="30" width="30" as="geometry">
            <mxRectangle height="30" width="30" as="alternateBounds" />
          </mxGeometry>
        </mxCell>
        <mxCell id="OnuUYCShp_7tIGQlhjLA-276" parent="OnuUYCShp_7tIGQlhjLA-274" style="shape=partialRectangle;connectable=0;fillColor=none;top=0;left=0;bottom=0;right=0;align=left;spacingLeft=6;overflow=hidden;whiteSpace=wrap;html=1;" value="start_date" vertex="1">
          <mxGeometry height="30" width="150" x="30" as="geometry">
            <mxRectangle height="30" width="150" as="alternateBounds" />
          </mxGeometry>
        </mxCell>
        <mxCell id="OnuUYCShp_7tIGQlhjLA-277" parent="OnuUYCShp_7tIGQlhjLA-142" style="shape=tableRow;horizontal=0;startSize=0;swimlaneHead=0;swimlaneBody=0;fillColor=none;collapsible=0;dropTarget=0;points=[[0,0.5],[1,0.5]];portConstraint=eastwest;top=0;left=0;right=0;bottom=0;" value="" vertex="1">
          <mxGeometry height="30" width="180" y="180" as="geometry" />
        </mxCell>
        <mxCell id="OnuUYCShp_7tIGQlhjLA-278" parent="OnuUYCShp_7tIGQlhjLA-277" style="shape=partialRectangle;connectable=0;fillColor=none;top=0;left=0;bottom=0;right=0;editable=1;overflow=hidden;whiteSpace=wrap;html=1;" value="" vertex="1">
          <mxGeometry height="30" width="30" as="geometry">
            <mxRectangle height="30" width="30" as="alternateBounds" />
          </mxGeometry>
        </mxCell>
        <mxCell id="OnuUYCShp_7tIGQlhjLA-279" parent="OnuUYCShp_7tIGQlhjLA-277" style="shape=partialRectangle;connectable=0;fillColor=none;top=0;left=0;bottom=0;right=0;align=left;spacingLeft=6;overflow=hidden;whiteSpace=wrap;html=1;" value="end_date" vertex="1">
          <mxGeometry height="30" width="150" x="30" as="geometry">
            <mxRectangle height="30" width="150" as="alternateBounds" />
          </mxGeometry>
        </mxCell>
        <mxCell id="OnuUYCShp_7tIGQlhjLA-280" parent="OnuUYCShp_7tIGQlhjLA-142" style="shape=tableRow;horizontal=0;startSize=0;swimlaneHead=0;swimlaneBody=0;fillColor=none;collapsible=0;dropTarget=0;points=[[0,0.5],[1,0.5]];portConstraint=eastwest;top=0;left=0;right=0;bottom=0;" value="" vertex="1">
          <mxGeometry height="30" width="180" y="210" as="geometry" />
        </mxCell>
        <mxCell id="OnuUYCShp_7tIGQlhjLA-281" parent="OnuUYCShp_7tIGQlhjLA-280" style="shape=partialRectangle;connectable=0;fillColor=none;top=0;left=0;bottom=0;right=0;editable=1;overflow=hidden;whiteSpace=wrap;html=1;" value="" vertex="1">
          <mxGeometry height="30" width="30" as="geometry">
            <mxRectangle height="30" width="30" as="alternateBounds" />
          </mxGeometry>
        </mxCell>
        <mxCell id="OnuUYCShp_7tIGQlhjLA-282" parent="OnuUYCShp_7tIGQlhjLA-280" style="shape=partialRectangle;connectable=0;fillColor=none;top=0;left=0;bottom=0;right=0;align=left;spacingLeft=6;overflow=hidden;whiteSpace=wrap;html=1;" value="status" vertex="1">
          <mxGeometry height="30" width="150" x="30" as="geometry">
            <mxRectangle height="30" width="150" as="alternateBounds" />
          </mxGeometry>
        </mxCell>
        <mxCell id="OnuUYCShp_7tIGQlhjLA-155" parent="1" style="shape=table;startSize=30;container=1;collapsible=1;childLayout=tableLayout;fixedRows=1;rowLines=0;fontStyle=1;align=center;resizeLast=1;html=1;" value="МАШИНА" vertex="1">
          <mxGeometry height="150" width="180" x="940" y="480" as="geometry" />
        </mxCell>
        <mxCell id="OnuUYCShp_7tIGQlhjLA-156" parent="OnuUYCShp_7tIGQlhjLA-155" style="shape=tableRow;horizontal=0;startSize=0;swimlaneHead=0;swimlaneBody=0;fillColor=none;collapsible=0;dropTarget=0;points=[[0,0.5],[1,0.5]];portConstraint=eastwest;top=0;left=0;right=0;bottom=1;" value="" vertex="1">
          <mxGeometry height="30" width="180" y="30" as="geometry" />
        </mxCell>
        <mxCell id="OnuUYCShp_7tIGQlhjLA-157" parent="OnuUYCShp_7tIGQlhjLA-156" style="shape=partialRectangle;connectable=0;fillColor=none;top=0;left=0;bottom=0;right=0;fontStyle=1;overflow=hidden;whiteSpace=wrap;html=1;" value="PK" vertex="1">
          <mxGeometry height="30" width="30" as="geometry">
            <mxRectangle height="30" width="30" as="alternateBounds" />
          </mxGeometry>
        </mxCell>
        <mxCell id="OnuUYCShp_7tIGQlhjLA-158" parent="OnuUYCShp_7tIGQlhjLA-156" style="shape=partialRectangle;connectable=0;fillColor=none;top=0;left=0;bottom=0;right=0;align=left;spacingLeft=6;fontStyle=5;overflow=hidden;whiteSpace=wrap;html=1;" value="vehicleID" vertex="1">
          <mxGeometry height="30" width="150" x="30" as="geometry">
            <mxRectangle height="30" width="150" as="alternateBounds" />
          </mxGeometry>
        </mxCell>
        <mxCell id="OnuUYCShp_7tIGQlhjLA-159" parent="OnuUYCShp_7tIGQlhjLA-155" style="shape=tableRow;horizontal=0;startSize=0;swimlaneHead=0;swimlaneBody=0;fillColor=none;collapsible=0;dropTarget=0;points=[[0,0.5],[1,0.5]];portConstraint=eastwest;top=0;left=0;right=0;bottom=0;" value="" vertex="1">
          <mxGeometry height="30" width="180" y="60" as="geometry" />
        </mxCell>
        <mxCell id="OnuUYCShp_7tIGQlhjLA-160" parent="OnuUYCShp_7tIGQlhjLA-159" style="shape=partialRectangle;connectable=0;fillColor=none;top=0;left=0;bottom=0;right=0;editable=1;overflow=hidden;whiteSpace=wrap;html=1;" value="" vertex="1">
          <mxGeometry height="30" width="30" as="geometry">
            <mxRectangle height="30" width="30" as="alternateBounds" />
          </mxGeometry>
        </mxCell>
        <mxCell id="OnuUYCShp_7tIGQlhjLA-161" parent="OnuUYCShp_7tIGQlhjLA-159" style="shape=partialRectangle;connectable=0;fillColor=none;top=0;left=0;bottom=0;right=0;align=left;spacingLeft=6;overflow=hidden;whiteSpace=wrap;html=1;" value="plate_number" vertex="1">
          <mxGeometry height="30" width="150" x="30" as="geometry">
            <mxRectangle height="30" width="150" as="alternateBounds" />
          </mxGeometry>
        </mxCell>
        <mxCell id="OnuUYCShp_7tIGQlhjLA-162" parent="OnuUYCShp_7tIGQlhjLA-155" style="shape=tableRow;horizontal=0;startSize=0;swimlaneHead=0;swimlaneBody=0;fillColor=none;collapsible=0;dropTarget=0;points=[[0,0.5],[1,0.5]];portConstraint=eastwest;top=0;left=0;right=0;bottom=0;" value="" vertex="1">
          <mxGeometry height="30" width="180" y="90" as="geometry" />
        </mxCell>
        <mxCell id="OnuUYCShp_7tIGQlhjLA-163" parent="OnuUYCShp_7tIGQlhjLA-162" style="shape=partialRectangle;connectable=0;fillColor=none;top=0;left=0;bottom=0;right=0;editable=1;overflow=hidden;whiteSpace=wrap;html=1;" value="" vertex="1">
          <mxGeometry height="30" width="30" as="geometry">
            <mxRectangle height="30" width="30" as="alternateBounds" />
          </mxGeometry>
        </mxCell>
        <mxCell id="OnuUYCShp_7tIGQlhjLA-164" parent="OnuUYCShp_7tIGQlhjLA-162" style="shape=partialRectangle;connectable=0;fillColor=none;top=0;left=0;bottom=0;right=0;align=left;spacingLeft=6;overflow=hidden;whiteSpace=wrap;html=1;" value="capacity" vertex="1">
          <mxGeometry height="30" width="150" x="30" as="geometry">
            <mxRectangle height="30" width="150" as="alternateBounds" />
          </mxGeometry>
        </mxCell>
        <mxCell id="OnuUYCShp_7tIGQlhjLA-165" parent="OnuUYCShp_7tIGQlhjLA-155" style="shape=tableRow;horizontal=0;startSize=0;swimlaneHead=0;swimlaneBody=0;fillColor=none;collapsible=0;dropTarget=0;points=[[0,0.5],[1,0.5]];portConstraint=eastwest;top=0;left=0;right=0;bottom=0;" value="" vertex="1">
          <mxGeometry height="30" width="180" y="120" as="geometry" />
        </mxCell>
        <mxCell id="OnuUYCShp_7tIGQlhjLA-166" parent="OnuUYCShp_7tIGQlhjLA-165" style="shape=partialRectangle;connectable=0;fillColor=none;top=0;left=0;bottom=0;right=0;editable=1;overflow=hidden;whiteSpace=wrap;html=1;" value="" vertex="1">
          <mxGeometry height="30" width="30" as="geometry">
            <mxRectangle height="30" width="30" as="alternateBounds" />
          </mxGeometry>
        </mxCell>
        <mxCell id="OnuUYCShp_7tIGQlhjLA-167" parent="OnuUYCShp_7tIGQlhjLA-165" style="shape=partialRectangle;connectable=0;fillColor=none;top=0;left=0;bottom=0;right=0;align=left;spacingLeft=6;overflow=hidden;whiteSpace=wrap;html=1;" value="status" vertex="1">
          <mxGeometry height="30" width="150" x="30" as="geometry">
            <mxRectangle height="30" width="150" as="alternateBounds" />
          </mxGeometry>
        </mxCell>
        <mxCell id="OnuUYCShp_7tIGQlhjLA-168" parent="1" style="shape=table;startSize=30;container=1;collapsible=1;childLayout=tableLayout;fixedRows=1;rowLines=0;fontStyle=1;align=center;resizeLast=1;html=1;" value="МЕНЕДЖЕР" vertex="1">
          <mxGeometry height="150" width="180" x="400" y="190" as="geometry" />
        </mxCell>
        <mxCell id="OnuUYCShp_7tIGQlhjLA-169" parent="OnuUYCShp_7tIGQlhjLA-168" style="shape=tableRow;horizontal=0;startSize=0;swimlaneHead=0;swimlaneBody=0;fillColor=none;collapsible=0;dropTarget=0;points=[[0,0.5],[1,0.5]];portConstraint=eastwest;top=0;left=0;right=0;bottom=1;" value="" vertex="1">
          <mxGeometry height="30" width="180" y="30" as="geometry" />
        </mxCell>
        <mxCell id="OnuUYCShp_7tIGQlhjLA-170" parent="OnuUYCShp_7tIGQlhjLA-169" style="shape=partialRectangle;connectable=0;fillColor=none;top=0;left=0;bottom=0;right=0;fontStyle=1;overflow=hidden;whiteSpace=wrap;html=1;" value="PK" vertex="1">
          <mxGeometry height="30" width="30" as="geometry">
            <mxRectangle height="30" width="30" as="alternateBounds" />
          </mxGeometry>
        </mxCell>
        <mxCell id="OnuUYCShp_7tIGQlhjLA-171" parent="OnuUYCShp_7tIGQlhjLA-169" style="shape=partialRectangle;connectable=0;fillColor=none;top=0;left=0;bottom=0;right=0;align=left;spacingLeft=6;fontStyle=5;overflow=hidden;whiteSpace=wrap;html=1;" value="managerID" vertex="1">
          <mxGeometry height="30" width="150" x="30" as="geometry">
            <mxRectangle height="30" width="150" as="alternateBounds" />
          </mxGeometry>
        </mxCell>
        <mxCell id="OnuUYCShp_7tIGQlhjLA-172" parent="OnuUYCShp_7tIGQlhjLA-168" style="shape=tableRow;horizontal=0;startSize=0;swimlaneHead=0;swimlaneBody=0;fillColor=none;collapsible=0;dropTarget=0;points=[[0,0.5],[1,0.5]];portConstraint=eastwest;top=0;left=0;right=0;bottom=0;" value="" vertex="1">
          <mxGeometry height="30" width="180" y="60" as="geometry" />
        </mxCell>
        <mxCell id="OnuUYCShp_7tIGQlhjLA-173" parent="OnuUYCShp_7tIGQlhjLA-172" style="shape=partialRectangle;connectable=0;fillColor=none;top=0;left=0;bottom=0;right=0;editable=1;overflow=hidden;whiteSpace=wrap;html=1;" value="" vertex="1">
          <mxGeometry height="30" width="30" as="geometry">
            <mxRectangle height="30" width="30" as="alternateBounds" />
          </mxGeometry>
        </mxCell>
        <mxCell id="OnuUYCShp_7tIGQlhjLA-174" parent="OnuUYCShp_7tIGQlhjLA-172" style="shape=partialRectangle;connectable=0;fillColor=none;top=0;left=0;bottom=0;right=0;align=left;spacingLeft=6;overflow=hidden;whiteSpace=wrap;html=1;" value="full_name" vertex="1">
          <mxGeometry height="30" width="150" x="30" as="geometry">
            <mxRectangle height="30" width="150" as="alternateBounds" />
          </mxGeometry>
        </mxCell>
        <mxCell id="OnuUYCShp_7tIGQlhjLA-175" parent="OnuUYCShp_7tIGQlhjLA-168" style="shape=tableRow;horizontal=0;startSize=0;swimlaneHead=0;swimlaneBody=0;fillColor=none;collapsible=0;dropTarget=0;points=[[0,0.5],[1,0.5]];portConstraint=eastwest;top=0;left=0;right=0;bottom=0;" value="" vertex="1">
          <mxGeometry height="30" width="180" y="90" as="geometry" />
        </mxCell>
        <mxCell id="OnuUYCShp_7tIGQlhjLA-176" parent="OnuUYCShp_7tIGQlhjLA-175" style="shape=partialRectangle;connectable=0;fillColor=none;top=0;left=0;bottom=0;right=0;editable=1;overflow=hidden;whiteSpace=wrap;html=1;" value="" vertex="1">
          <mxGeometry height="30" width="30" as="geometry">
            <mxRectangle height="30" width="30" as="alternateBounds" />
          </mxGeometry>
        </mxCell>
        <mxCell id="OnuUYCShp_7tIGQlhjLA-177" parent="OnuUYCShp_7tIGQlhjLA-175" style="shape=partialRectangle;connectable=0;fillColor=none;top=0;left=0;bottom=0;right=0;align=left;spacingLeft=6;overflow=hidden;whiteSpace=wrap;html=1;" value="email" vertex="1">
          <mxGeometry height="30" width="150" x="30" as="geometry">
            <mxRectangle height="30" width="150" as="alternateBounds" />
          </mxGeometry>
        </mxCell>
        <mxCell id="OnuUYCShp_7tIGQlhjLA-178" parent="OnuUYCShp_7tIGQlhjLA-168" style="shape=tableRow;horizontal=0;startSize=0;swimlaneHead=0;swimlaneBody=0;fillColor=none;collapsible=0;dropTarget=0;points=[[0,0.5],[1,0.5]];portConstraint=eastwest;top=0;left=0;right=0;bottom=0;" value="" vertex="1">
          <mxGeometry height="30" width="180" y="120" as="geometry" />
        </mxCell>
        <mxCell id="OnuUYCShp_7tIGQlhjLA-179" parent="OnuUYCShp_7tIGQlhjLA-178" style="shape=partialRectangle;connectable=0;fillColor=none;top=0;left=0;bottom=0;right=0;editable=1;overflow=hidden;whiteSpace=wrap;html=1;" value="" vertex="1">
          <mxGeometry height="30" width="30" as="geometry">
            <mxRectangle height="30" width="30" as="alternateBounds" />
          </mxGeometry>
        </mxCell>
        <mxCell id="OnuUYCShp_7tIGQlhjLA-180" parent="OnuUYCShp_7tIGQlhjLA-178" style="shape=partialRectangle;connectable=0;fillColor=none;top=0;left=0;bottom=0;right=0;align=left;spacingLeft=6;overflow=hidden;whiteSpace=wrap;html=1;" value="Row 3" vertex="1">
          <mxGeometry height="30" width="150" x="30" as="geometry">
            <mxRectangle height="30" width="150" as="alternateBounds" />
          </mxGeometry>
        </mxCell>
        <mxCell id="OnuUYCShp_7tIGQlhjLA-181" parent="1" style="shape=table;startSize=30;container=1;collapsible=1;childLayout=tableLayout;fixedRows=1;rowLines=0;fontStyle=1;align=center;resizeLast=1;html=1;" value="ПЛАТЁЖ" vertex="1">
-           <mxGeometry height="180" width="180" x="690" y="720" as="geometry" />
+           <mxGeometry height="180" width="180" x="690" y="680" as="geometry" />
        </mxCell>
        <mxCell id="OnuUYCShp_7tIGQlhjLA-182" parent="OnuUYCShp_7tIGQlhjLA-181" style="shape=tableRow;horizontal=0;startSize=0;swimlaneHead=0;swimlaneBody=0;fillColor=none;collapsible=0;dropTarget=0;points=[[0,0.5],[1,0.5]];portConstraint=eastwest;top=0;left=0;right=0;bottom=1;" value="" vertex="1">
          <mxGeometry height="30" width="180" y="30" as="geometry" />
        </mxCell>
        <mxCell id="OnuUYCShp_7tIGQlhjLA-183" parent="OnuUYCShp_7tIGQlhjLA-182" style="shape=partialRectangle;connectable=0;fillColor=none;top=0;left=0;bottom=0;right=0;fontStyle=1;overflow=hidden;whiteSpace=wrap;html=1;" value="PK" vertex="1">
          <mxGeometry height="30" width="30" as="geometry">
            <mxRectangle height="30" width="30" as="alternateBounds" />
          </mxGeometry>
        </mxCell>
        <mxCell id="OnuUYCShp_7tIGQlhjLA-184" parent="OnuUYCShp_7tIGQlhjLA-182" style="shape=partialRectangle;connectable=0;fillColor=none;top=0;left=0;bottom=0;right=0;align=left;spacingLeft=6;fontStyle=5;overflow=hidden;whiteSpace=wrap;html=1;" value="paymentID" vertex="1">
          <mxGeometry height="30" width="150" x="30" as="geometry">
            <mxRectangle height="30" width="150" as="alternateBounds" />
          </mxGeometry>
        </mxCell>
        <mxCell id="OnuUYCShp_7tIGQlhjLA-185" parent="OnuUYCShp_7tIGQlhjLA-181" style="shape=tableRow;horizontal=0;startSize=0;swimlaneHead=0;swimlaneBody=0;fillColor=none;collapsible=0;dropTarget=0;points=[[0,0.5],[1,0.5]];portConstraint=eastwest;top=0;left=0;right=0;bottom=0;" value="" vertex="1">
          <mxGeometry height="30" width="180" y="60" as="geometry" />
        </mxCell>
        <mxCell id="OnuUYCShp_7tIGQlhjLA-186" parent="OnuUYCShp_7tIGQlhjLA-185" style="shape=partialRectangle;connectable=0;fillColor=none;top=0;left=0;bottom=0;right=0;editable=1;overflow=hidden;whiteSpace=wrap;html=1;" value="FK" vertex="1">
          <mxGeometry height="30" width="30" as="geometry">
            <mxRectangle height="30" width="30" as="alternateBounds" />
          </mxGeometry>
        </mxCell>
        <mxCell id="OnuUYCShp_7tIGQlhjLA-187" parent="OnuUYCShp_7tIGQlhjLA-185" style="shape=partialRectangle;connectable=0;fillColor=none;top=0;left=0;bottom=0;right=0;align=left;spacingLeft=6;overflow=hidden;whiteSpace=wrap;html=1;" value="invoiceID" vertex="1">
          <mxGeometry height="30" width="150" x="30" as="geometry">
            <mxRectangle height="30" width="150" as="alternateBounds" />
          </mxGeometry>
        </mxCell>
        <mxCell id="OnuUYCShp_7tIGQlhjLA-188" parent="OnuUYCShp_7tIGQlhjLA-181" style="shape=tableRow;horizontal=0;startSize=0;swimlaneHead=0;swimlaneBody=0;fillColor=none;collapsible=0;dropTarget=0;points=[[0,0.5],[1,0.5]];portConstraint=eastwest;top=0;left=0;right=0;bottom=0;" value="" vertex="1">
          <mxGeometry height="30" width="180" y="90" as="geometry" />
        </mxCell>
        <mxCell id="OnuUYCShp_7tIGQlhjLA-189" parent="OnuUYCShp_7tIGQlhjLA-188" style="shape=partialRectangle;connectable=0;fillColor=none;top=0;left=0;bottom=0;right=0;editable=1;overflow=hidden;whiteSpace=wrap;html=1;" value="" vertex="1">
          <mxGeometry height="30" width="30" as="geometry">
            <mxRectangle height="30" width="30" as="alternateBounds" />
          </mxGeometry>
        </mxCell>
        <mxCell id="OnuUYCShp_7tIGQlhjLA-190" parent="OnuUYCShp_7tIGQlhjLA-188" style="shape=partialRectangle;connectable=0;fillColor=none;top=0;left=0;bottom=0;right=0;align=left;spacingLeft=6;overflow=hidden;whiteSpace=wrap;html=1;" value="payment_date" vertex="1">
          <mxGeometry height="30" width="150" x="30" as="geometry">
            <mxRectangle height="30" width="150" as="alternateBounds" />
          </mxGeometry>
        </mxCell>
        <mxCell id="OnuUYCShp_7tIGQlhjLA-191" parent="OnuUYCShp_7tIGQlhjLA-181" style="shape=tableRow;horizontal=0;startSize=0;swimlaneHead=0;swimlaneBody=0;fillColor=none;collapsible=0;dropTarget=0;points=[[0,0.5],[1,0.5]];portConstraint=eastwest;top=0;left=0;right=0;bottom=0;" value="" vertex="1">
          <mxGeometry height="30" width="180" y="120" as="geometry" />
        </mxCell>
        <mxCell id="OnuUYCShp_7tIGQlhjLA-192" parent="OnuUYCShp_7tIGQlhjLA-191" style="shape=partialRectangle;connectable=0;fillColor=none;top=0;left=0;bottom=0;right=0;editable=1;overflow=hidden;whiteSpace=wrap;html=1;" value="" vertex="1">
          <mxGeometry height="30" width="30" as="geometry">
            <mxRectangle height="30" width="30" as="alternateBounds" />
          </mxGeometry>
        </mxCell>
        <mxCell id="OnuUYCShp_7tIGQlhjLA-193" parent="OnuUYCShp_7tIGQlhjLA-191" style="shape=partialRectangle;connectable=0;fillColor=none;top=0;left=0;bottom=0;right=0;align=left;spacingLeft=6;overflow=hidden;whiteSpace=wrap;html=1;" value="amount" vertex="1">
          <mxGeometry height="30" width="150" x="30" as="geometry">
            <mxRectangle height="30" width="150" as="alternateBounds" />
          </mxGeometry>
        </mxCell>
        <mxCell id="OnuUYCShp_7tIGQlhjLA-258" parent="OnuUYCShp_7tIGQlhjLA-181" style="shape=tableRow;horizontal=0;startSize=0;swimlaneHead=0;swimlaneBody=0;fillColor=none;collapsible=0;dropTarget=0;points=[[0,0.5],[1,0.5]];portConstraint=eastwest;top=0;left=0;right=0;bottom=0;" value="" vertex="1">
          <mxGeometry height="30" width="180" y="150" as="geometry" />
        </mxCell>
        <mxCell id="OnuUYCShp_7tIGQlhjLA-259" parent="OnuUYCShp_7tIGQlhjLA-258" style="shape=partialRectangle;connectable=0;fillColor=none;top=0;left=0;bottom=0;right=0;editable=1;overflow=hidden;whiteSpace=wrap;html=1;" value="" vertex="1">
          <mxGeometry height="30" width="30" as="geometry">
            <mxRectangle height="30" width="30" as="alternateBounds" />
          </mxGeometry>
        </mxCell>
        <mxCell id="OnuUYCShp_7tIGQlhjLA-260" parent="OnuUYCShp_7tIGQlhjLA-258" style="shape=partialRectangle;connectable=0;fillColor=none;top=0;left=0;bottom=0;right=0;align=left;spacingLeft=6;overflow=hidden;whiteSpace=wrap;html=1;" value="status" vertex="1">
          <mxGeometry height="30" width="150" x="30" as="geometry">
            <mxRectangle height="30" width="150" as="alternateBounds" />
          </mxGeometry>
        </mxCell>
        <mxCell id="OnuUYCShp_7tIGQlhjLA-194" parent="1" style="shape=table;startSize=30;container=1;collapsible=1;childLayout=tableLayout;fixedRows=1;rowLines=0;fontStyle=1;align=center;resizeLast=1;html=1;" value="ЛОГИСТ" vertex="1">
          <mxGeometry height="150" width="180" x="690" y="190" as="geometry" />
        </mxCell>
        <mxCell id="OnuUYCShp_7tIGQlhjLA-195" parent="OnuUYCShp_7tIGQlhjLA-194" style="shape=tableRow;horizontal=0;startSize=0;swimlaneHead=0;swimlaneBody=0;fillColor=none;collapsible=0;dropTarget=0;points=[[0,0.5],[1,0.5]];portConstraint=eastwest;top=0;left=0;right=0;bottom=1;" value="" vertex="1">
          <mxGeometry height="30" width="180" y="30" as="geometry" />
        </mxCell>
        <mxCell id="OnuUYCShp_7tIGQlhjLA-196" parent="OnuUYCShp_7tIGQlhjLA-195" style="shape=partialRectangle;connectable=0;fillColor=none;top=0;left=0;bottom=0;right=0;fontStyle=1;overflow=hidden;whiteSpace=wrap;html=1;" value="PK" vertex="1">
          <mxGeometry height="30" width="30" as="geometry">
            <mxRectangle height="30" width="30" as="alternateBounds" />
          </mxGeometry>
        </mxCell>
        <mxCell id="OnuUYCShp_7tIGQlhjLA-197" parent="OnuUYCShp_7tIGQlhjLA-195" style="shape=partialRectangle;connectable=0;fillColor=none;top=0;left=0;bottom=0;right=0;align=left;spacingLeft=6;fontStyle=5;overflow=hidden;whiteSpace=wrap;html=1;" value="logistID" vertex="1">
          <mxGeometry height="30" width="150" x="30" as="geometry">
            <mxRectangle height="30" width="150" as="alternateBounds" />
          </mxGeometry>
        </mxCell>
        <mxCell id="OnuUYCShp_7tIGQlhjLA-198" parent="OnuUYCShp_7tIGQlhjLA-194" style="shape=tableRow;horizontal=0;startSize=0;swimlaneHead=0;swimlaneBody=0;fillColor=none;collapsible=0;dropTarget=0;points=[[0,0.5],[1,0.5]];portConstraint=eastwest;top=0;left=0;right=0;bottom=0;" value="" vertex="1">
          <mxGeometry height="30" width="180" y="60" as="geometry" />
        </mxCell>
        <mxCell id="OnuUYCShp_7tIGQlhjLA-199" parent="OnuUYCShp_7tIGQlhjLA-198" style="shape=partialRectangle;connectable=0;fillColor=none;top=0;left=0;bottom=0;right=0;editable=1;overflow=hidden;whiteSpace=wrap;html=1;" value="" vertex="1">
          <mxGeometry height="30" width="30" as="geometry">
            <mxRectangle height="30" width="30" as="alternateBounds" />
          </mxGeometry>
        </mxCell>
        <mxCell id="OnuUYCShp_7tIGQlhjLA-200" parent="OnuUYCShp_7tIGQlhjLA-198" style="shape=partialRectangle;connectable=0;fillColor=none;top=0;left=0;bottom=0;right=0;align=left;spacingLeft=6;overflow=hidden;whiteSpace=wrap;html=1;" value="full_name" vertex="1">
          <mxGeometry height="30" width="150" x="30" as="geometry">
            <mxRectangle height="30" width="150" as="alternateBounds" />
          </mxGeometry>
        </mxCell>
        <mxCell id="OnuUYCShp_7tIGQlhjLA-201" parent="OnuUYCShp_7tIGQlhjLA-194" style="shape=tableRow;horizontal=0;startSize=0;swimlaneHead=0;swimlaneBody=0;fillColor=none;collapsible=0;dropTarget=0;points=[[0,0.5],[1,0.5]];portConstraint=eastwest;top=0;left=0;right=0;bottom=0;" value="" vertex="1">
          <mxGeometry height="30" width="180" y="90" as="geometry" />
        </mxCell>
        <mxCell id="OnuUYCShp_7tIGQlhjLA-202" parent="OnuUYCShp_7tIGQlhjLA-201" style="shape=partialRectangle;connectable=0;fillColor=none;top=0;left=0;bottom=0;right=0;editable=1;overflow=hidden;whiteSpace=wrap;html=1;" value="" vertex="1">
          <mxGeometry height="30" width="30" as="geometry">
            <mxRectangle height="30" width="30" as="alternateBounds" />
          </mxGeometry>
        </mxCell>
        <mxCell id="OnuUYCShp_7tIGQlhjLA-203" parent="OnuUYCShp_7tIGQlhjLA-201" style="shape=partialRectangle;connectable=0;fillColor=none;top=0;left=0;bottom=0;right=0;align=left;spacingLeft=6;overflow=hidden;whiteSpace=wrap;html=1;" value="email" vertex="1">
          <mxGeometry height="30" width="150" x="30" as="geometry">
            <mxRectangle height="30" width="150" as="alternateBounds" />
          </mxGeometry>
        </mxCell>
        <mxCell id="OnuUYCShp_7tIGQlhjLA-204" parent="OnuUYCShp_7tIGQlhjLA-194" style="shape=tableRow;horizontal=0;startSize=0;swimlaneHead=0;swimlaneBody=0;fillColor=none;collapsible=0;dropTarget=0;points=[[0,0.5],[1,0.5]];portConstraint=eastwest;top=0;left=0;right=0;bottom=0;" value="" vertex="1">
          <mxGeometry height="30" width="180" y="120" as="geometry" />
        </mxCell>
        <mxCell id="OnuUYCShp_7tIGQlhjLA-205" parent="OnuUYCShp_7tIGQlhjLA-204" style="shape=partialRectangle;connectable=0;fillColor=none;top=0;left=0;bottom=0;right=0;editable=1;overflow=hidden;whiteSpace=wrap;html=1;" value="" vertex="1">
          <mxGeometry height="30" width="30" as="geometry">
            <mxRectangle height="30" width="30" as="alternateBounds" />
          </mxGeometry>
        </mxCell>
        <mxCell id="OnuUYCShp_7tIGQlhjLA-206" parent="OnuUYCShp_7tIGQlhjLA-204" style="shape=partialRectangle;connectable=0;fillColor=none;top=0;left=0;bottom=0;right=0;align=left;spacingLeft=6;overflow=hidden;whiteSpace=wrap;html=1;" value="Row 3" vertex="1">
          <mxGeometry height="30" width="150" x="30" as="geometry">
            <mxRectangle height="30" width="150" as="alternateBounds" />
          </mxGeometry>
        </mxCell>
        <mxCell id="OnuUYCShp_7tIGQlhjLA-284" parent="1" style="shape=table;startSize=30;container=1;collapsible=1;childLayout=tableLayout;fixedRows=1;rowLines=0;fontStyle=1;align=center;resizeLast=1;html=1;" value="ДОКУМЕНТЫ" vertex="1">
          <mxGeometry height="180" width="180" x="990" y="145" as="geometry" />
        </mxCell>
        <mxCell id="OnuUYCShp_7tIGQlhjLA-285" parent="OnuUYCShp_7tIGQlhjLA-284" style="shape=tableRow;horizontal=0;startSize=0;swimlaneHead=0;swimlaneBody=0;fillColor=none;collapsible=0;dropTarget=0;points=[[0,0.5],[1,0.5]];portConstraint=eastwest;top=0;left=0;right=0;bottom=1;" value="" vertex="1">
          <mxGeometry height="30" width="180" y="30" as="geometry" />
        </mxCell>
        <mxCell id="OnuUYCShp_7tIGQlhjLA-286" parent="OnuUYCShp_7tIGQlhjLA-285" style="shape=partialRectangle;connectable=0;fillColor=none;top=0;left=0;bottom=0;right=0;fontStyle=1;overflow=hidden;whiteSpace=wrap;html=1;" value="PK" vertex="1">
          <mxGeometry height="30" width="30" as="geometry">
            <mxRectangle height="30" width="30" as="alternateBounds" />
          </mxGeometry>
        </mxCell>
        <mxCell id="OnuUYCShp_7tIGQlhjLA-287" parent="OnuUYCShp_7tIGQlhjLA-285" style="shape=partialRectangle;connectable=0;fillColor=none;top=0;left=0;bottom=0;right=0;align=left;spacingLeft=6;fontStyle=5;overflow=hidden;whiteSpace=wrap;html=1;" value="documentID" vertex="1">
          <mxGeometry height="30" width="150" x="30" as="geometry">
            <mxRectangle height="30" width="150" as="alternateBounds" />
          </mxGeometry>
        </mxCell>
        <mxCell id="OnuUYCShp_7tIGQlhjLA-288" parent="OnuUYCShp_7tIGQlhjLA-284" style="shape=tableRow;horizontal=0;startSize=0;swimlaneHead=0;swimlaneBody=0;fillColor=none;collapsible=0;dropTarget=0;points=[[0,0.5],[1,0.5]];portConstraint=eastwest;top=0;left=0;right=0;bottom=0;" value="" vertex="1">
          <mxGeometry height="30" width="180" y="60" as="geometry" />
        </mxCell>
        <mxCell id="OnuUYCShp_7tIGQlhjLA-289" parent="OnuUYCShp_7tIGQlhjLA-288" style="shape=partialRectangle;connectable=0;fillColor=none;top=0;left=0;bottom=0;right=0;editable=1;overflow=hidden;whiteSpace=wrap;html=1;" value="FK" vertex="1">
          <mxGeometry height="30" width="30" as="geometry">
            <mxRectangle height="30" width="30" as="alternateBounds" />
          </mxGeometry>
        </mxCell>
        <mxCell id="OnuUYCShp_7tIGQlhjLA-290" parent="OnuUYCShp_7tIGQlhjLA-288" style="shape=partialRectangle;connectable=0;fillColor=none;top=0;left=0;bottom=0;right=0;align=left;spacingLeft=6;overflow=hidden;whiteSpace=wrap;html=1;" value="tripID" vertex="1">
          <mxGeometry height="30" width="150" x="30" as="geometry">
            <mxRectangle height="30" width="150" as="alternateBounds" />
          </mxGeometry>
        </mxCell>
        <mxCell id="OnuUYCShp_7tIGQlhjLA-291" parent="OnuUYCShp_7tIGQlhjLA-284" style="shape=tableRow;horizontal=0;startSize=0;swimlaneHead=0;swimlaneBody=0;fillColor=none;collapsible=0;dropTarget=0;points=[[0,0.5],[1,0.5]];portConstraint=eastwest;top=0;left=0;right=0;bottom=0;" value="" vertex="1">
          <mxGeometry height="30" width="180" y="90" as="geometry" />
        </mxCell>
        <mxCell id="OnuUYCShp_7tIGQlhjLA-292" parent="OnuUYCShp_7tIGQlhjLA-291" style="shape=partialRectangle;connectable=0;fillColor=none;top=0;left=0;bottom=0;right=0;editable=1;overflow=hidden;whiteSpace=wrap;html=1;" value="" vertex="1">
          <mxGeometry height="30" width="30" as="geometry">
            <mxRectangle height="30" width="30" as="alternateBounds" />
          </mxGeometry>
        </mxCell>
        <mxCell id="OnuUYCShp_7tIGQlhjLA-293" parent="OnuUYCShp_7tIGQlhjLA-291" style="shape=partialRectangle;connectable=0;fillColor=none;top=0;left=0;bottom=0;right=0;align=left;spacingLeft=6;overflow=hidden;whiteSpace=wrap;html=1;" value="document_type" vertex="1">
          <mxGeometry height="30" width="150" x="30" as="geometry">
            <mxRectangle height="30" width="150" as="alternateBounds" />
          </mxGeometry>
        </mxCell>
        <mxCell id="OnuUYCShp_7tIGQlhjLA-294" parent="OnuUYCShp_7tIGQlhjLA-284" style="shape=tableRow;horizontal=0;startSize=0;swimlaneHead=0;swimlaneBody=0;fillColor=none;collapsible=0;dropTarget=0;points=[[0,0.5],[1,0.5]];portConstraint=eastwest;top=0;left=0;right=0;bottom=0;" value="" vertex="1">
          <mxGeometry height="30" width="180" y="120" as="geometry" />
        </mxCell>
        <mxCell id="OnuUYCShp_7tIGQlhjLA-295" parent="OnuUYCShp_7tIGQlhjLA-294" style="shape=partialRectangle;connectable=0;fillColor=none;top=0;left=0;bottom=0;right=0;editable=1;overflow=hidden;whiteSpace=wrap;html=1;" value="" vertex="1">
          <mxGeometry height="30" width="30" as="geometry">
            <mxRectangle height="30" width="30" as="alternateBounds" />
          </mxGeometry>
        </mxCell>
        <mxCell id="OnuUYCShp_7tIGQlhjLA-296" parent="OnuUYCShp_7tIGQlhjLA-294" style="shape=partialRectangle;connectable=0;fillColor=none;top=0;left=0;bottom=0;right=0;align=left;spacingLeft=6;overflow=hidden;whiteSpace=wrap;html=1;" value="sent_date" vertex="1">
          <mxGeometry height="30" width="150" x="30" as="geometry">
            <mxRectangle height="30" width="150" as="alternateBounds" />
          </mxGeometry>
        </mxCell>
        <mxCell id="OnuUYCShp_7tIGQlhjLA-297" parent="OnuUYCShp_7tIGQlhjLA-284" style="shape=tableRow;horizontal=0;startSize=0;swimlaneHead=0;swimlaneBody=0;fillColor=none;collapsible=0;dropTarget=0;points=[[0,0.5],[1,0.5]];portConstraint=eastwest;top=0;left=0;right=0;bottom=0;" value="" vertex="1">
          <mxGeometry height="30" width="180" y="150" as="geometry" />
        </mxCell>
        <mxCell id="OnuUYCShp_7tIGQlhjLA-298" parent="OnuUYCShp_7tIGQlhjLA-297" style="shape=partialRectangle;connectable=0;fillColor=none;top=0;left=0;bottom=0;right=0;editable=1;overflow=hidden;whiteSpace=wrap;html=1;" value="" vertex="1">
          <mxGeometry height="30" width="30" as="geometry">
            <mxRectangle height="30" width="30" as="alternateBounds" />
          </mxGeometry>
        </mxCell>
        <mxCell id="OnuUYCShp_7tIGQlhjLA-299" parent="OnuUYCShp_7tIGQlhjLA-297" style="shape=partialRectangle;connectable=0;fillColor=none;top=0;left=0;bottom=0;right=0;align=left;spacingLeft=6;overflow=hidden;whiteSpace=wrap;html=1;" value="payment_duedate" vertex="1">
          <mxGeometry height="30" width="150" x="30" as="geometry">
            <mxRectangle height="30" width="150" as="alternateBounds" />
          </mxGeometry>
        </mxCell>
        <mxCell id="OnuUYCShp_7tIGQlhjLA-306" edge="1" parent="1" source="OnuUYCShp_7tIGQlhjLA-104" style="edgeStyle=entityRelationEdgeStyle;fontSize=12;html=1;endArrow=ERoneToMany;rounded=0;exitX=1;exitY=0.5;exitDx=0;exitDy=0;" target="OnuUYCShp_7tIGQlhjLA-117" value="">
          <mxGeometry height="100" relative="1" width="100" as="geometry">
            <mxPoint x="720" y="600" as="sourcePoint" />
            <mxPoint x="820" y="500" as="targetPoint" />
          </mxGeometry>
        </mxCell>
+         <mxCell id="K7VIHhopU0hZgh41mfQP-1" edge="1" parent="1" style="edgeStyle=orthogonalEdgeStyle;fontSize=12;html=1;endArrow=ERoneToMany;rounded=0;exitX=1;exitY=0.5;exitDx=0;exitDy=0;" value="">
+           <mxGeometry height="100" relative="1" width="100" as="geometry">
+             <Array as="points">
+               <mxPoint x="620" y="290" />
+               <mxPoint x="620" y="480" />
+             </Array>
+             <mxPoint x="580" y="290" as="sourcePoint" />
+             <mxPoint x="580" y="480" as="targetPoint" />
+           </mxGeometry>
+         </mxCell>
+         <mxCell id="K7VIHhopU0hZgh41mfQP-2" edge="1" parent="1" source="OnuUYCShp_7tIGQlhjLA-117" style="edgeStyle=entityRelationEdgeStyle;fontSize=12;html=1;endArrow=ERoneToMany;rounded=0;exitX=1;exitY=0.5;exitDx=0;exitDy=0;entryX=1;entryY=0.5;entryDx=0;entryDy=0;" target="OnuUYCShp_7tIGQlhjLA-133" value="">
+           <mxGeometry height="100" relative="1" width="100" as="geometry">
+             <mxPoint x="630" y="560" as="sourcePoint" />
+             <mxPoint x="730" y="460" as="targetPoint" />
+           </mxGeometry>
+         </mxCell>
+         <mxCell id="K7VIHhopU0hZgh41mfQP-3" edge="1" parent="1" source="OnuUYCShp_7tIGQlhjLA-130" style="edgeStyle=entityRelationEdgeStyle;fontSize=12;html=1;endArrow=ERoneToMany;rounded=0;exitX=1;exitY=0.5;exitDx=0;exitDy=0;entryX=0;entryY=0.5;entryDx=0;entryDy=0;" target="OnuUYCShp_7tIGQlhjLA-185" value="">
+           <mxGeometry height="100" relative="1" width="100" as="geometry">
+             <mxPoint x="630" y="560" as="sourcePoint" />
+             <mxPoint x="730" y="460" as="targetPoint" />
+           </mxGeometry>
+         </mxCell>
      </root>
    </mxGraphModel>
  </diagram>
</mxfile>
